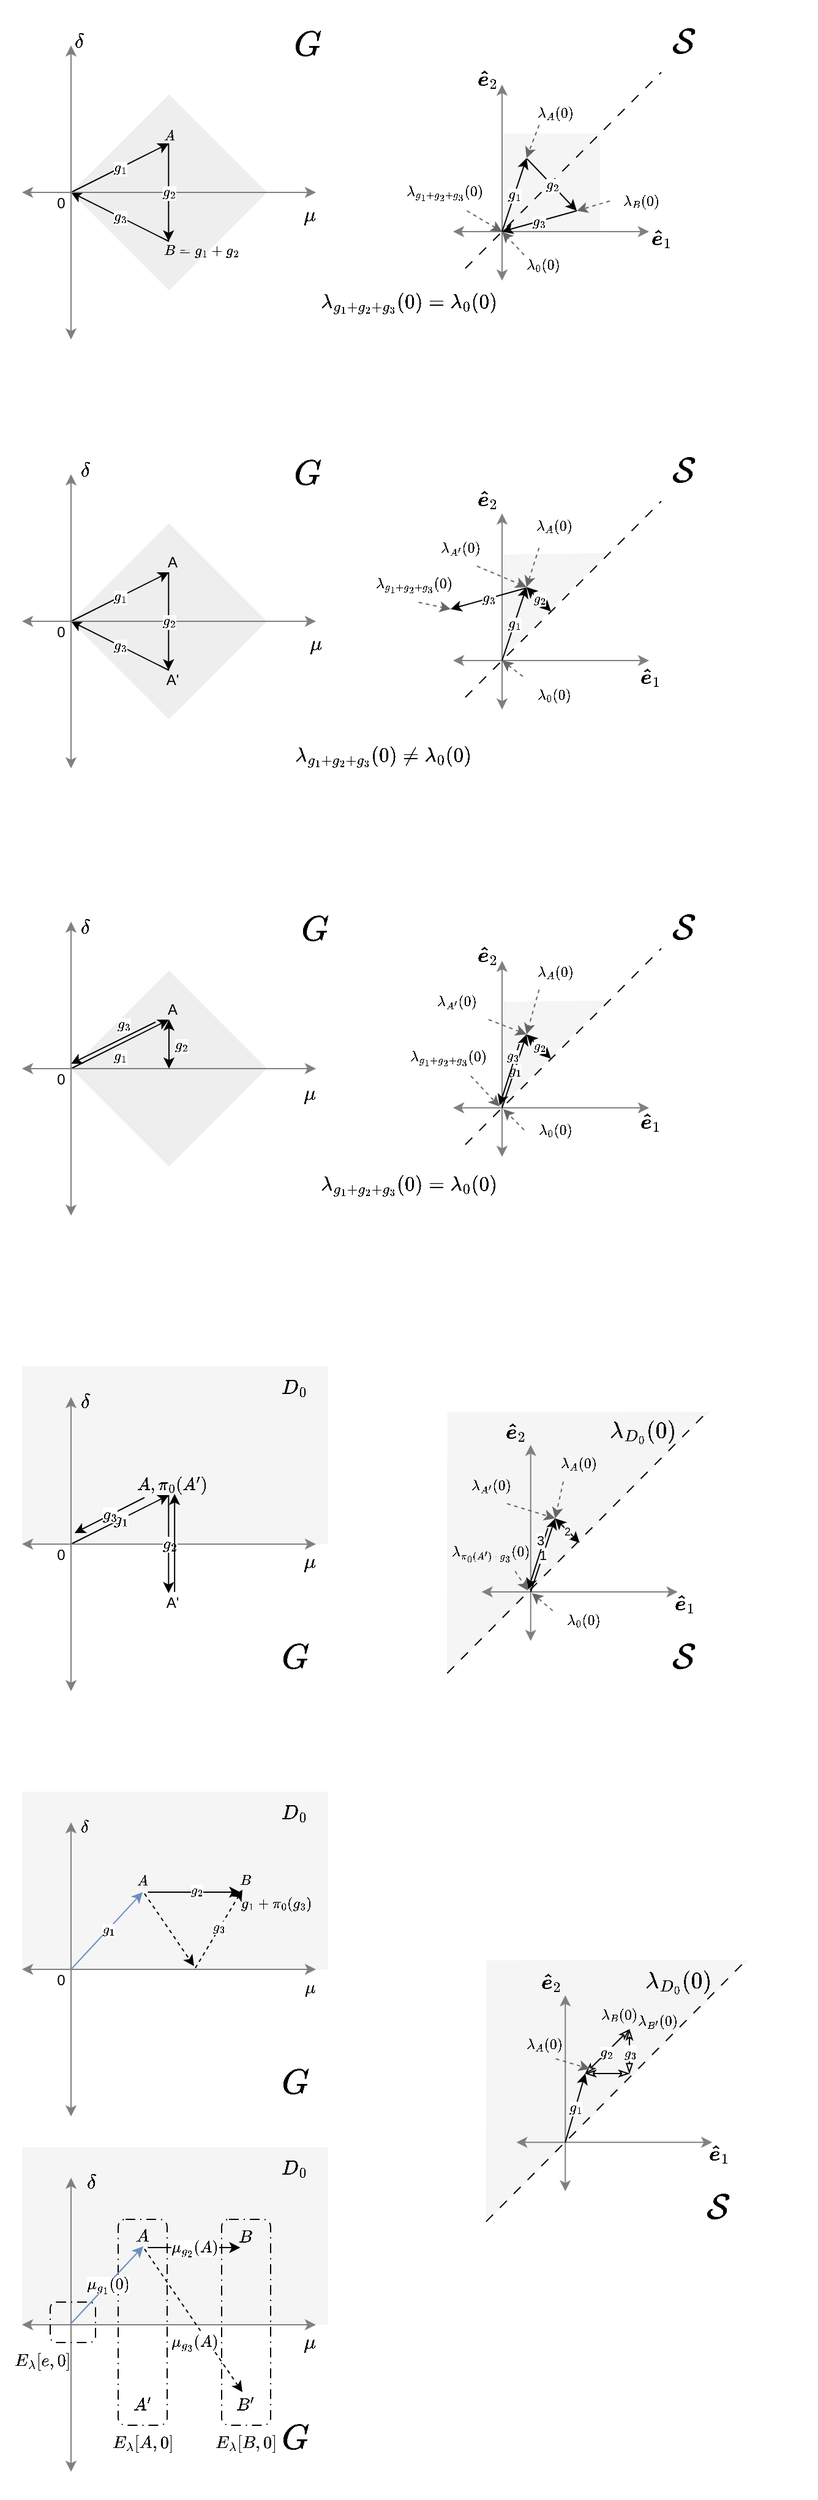
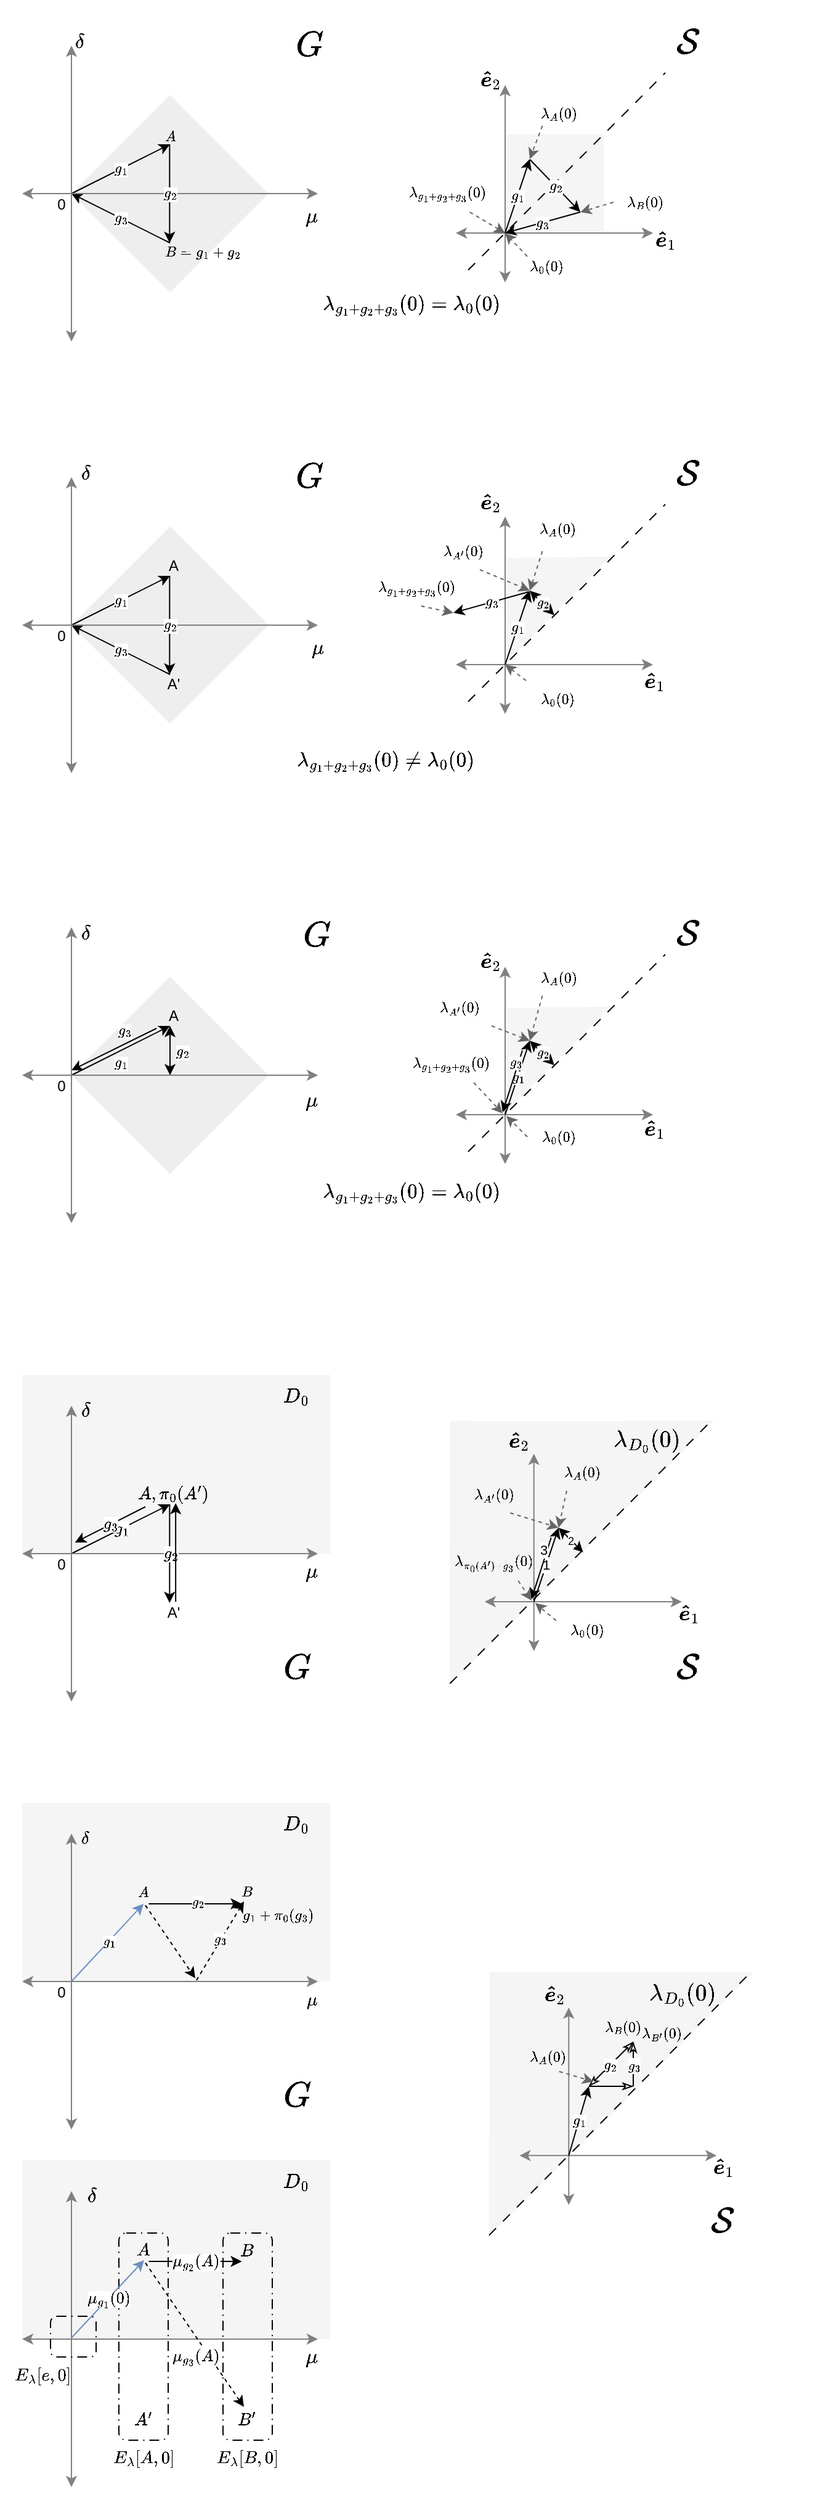
- <mxfile host="Electron" agent="Mozilla/5.0 (Windows NT 10.0; Win64; x64) AppleWebKit/537.36 (KHTML, like Gecko) draw.io/29.6.1 Chrome/142.0.7444.265 Electron/39.8.0 Safari/537.36" version="29.6.1">
+ <mxfile host="Electron" agent="Mozilla/5.0 (Windows NT 10.0; Win64; x64) AppleWebKit/537.36 (KHTML, like Gecko) draw.io/29.6.6 Chrome/144.0.7559.236 Electron/40.8.4 Safari/537.36" version="29.6.6">
  <diagram name="Page-1" id="5oyHMNwFSgf2TCn1zJQm">
-     <mxGraphModel dx="570" dy="336" grid="1" gridSize="12" guides="1" tooltips="1" connect="1" arrows="1" fold="1" page="1" pageScale="1" pageWidth="850" pageHeight="1100" math="1" shadow="0">
+     <mxGraphModel dx="1188" dy="701" grid="1" gridSize="12" guides="1" tooltips="1" connect="1" arrows="1" fold="1" page="1" pageScale="1" pageWidth="850" pageHeight="1100" math="1" shadow="0">
      <root>
        <mxCell id="0" />
        <mxCell id="1" parent="0" />
        <mxCell id="UWkHmzPQ0_7mTcDX32Ei-16" parent="1" style="whiteSpace=wrap;html=1;fillColor=#f5f5f5;fontColor=#333333;strokeColor=none;container=0;" value="" vertex="1">
          <mxGeometry height="145" width="250" x="140" y="1570" as="geometry" />
        </mxCell>
        <mxCell id="UWkHmzPQ0_7mTcDX32Ei-19" parent="1" style="text;html=1;whiteSpace=wrap;strokeColor=none;fillColor=none;align=center;verticalAlign=middle;rounded=0;container=0;fontSize=10;" value="\(A\)" vertex="1">
          <mxGeometry height="18" width="17" x="230" y="1634" as="geometry" />
        </mxCell>
        <mxCell id="UWkHmzPQ0_7mTcDX32Ei-20" edge="1" parent="1" style="endArrow=classic;startArrow=classic;html=1;rounded=0;strokeWidth=1;strokeColor=#808080;" value="">
          <mxGeometry height="50" relative="1" width="50" as="geometry">
            <mxPoint x="180" y="1835" as="sourcePoint" />
            <mxPoint x="180" y="1595" as="targetPoint" />
          </mxGeometry>
        </mxCell>
        <mxCell id="UWkHmzPQ0_7mTcDX32Ei-21" edge="1" parent="1" style="endArrow=classic;startArrow=classic;html=1;rounded=0;fillColor=#bac8d3;strokeColor=#808080;" value="">
          <mxGeometry height="50" relative="1" width="50" as="geometry">
            <mxPoint as="offset" />
            <mxPoint x="140" y="1715" as="sourcePoint" />
            <mxPoint x="380" y="1715" as="targetPoint" />
          </mxGeometry>
        </mxCell>
        <mxCell id="UWkHmzPQ0_7mTcDX32Ei-23" parent="1" style="text;html=1;whiteSpace=wrap;strokeColor=none;fillColor=none;align=center;verticalAlign=middle;rounded=0;container=0;" value="0" vertex="1">
          <mxGeometry height="30" width="30" x="157" y="1709" as="geometry" />
        </mxCell>
        <mxCell id="UWkHmzPQ0_7mTcDX32Ei-26" parent="1" style="text;whiteSpace=wrap;html=1;container=0;" value="&lt;div style=&quot;text-align: center;&quot;&gt;&lt;span style=&quot;background-color: transparent; color: light-dark(rgb(0, 0, 0), rgb(255, 255, 255));&quot;&gt;&lt;font face=&quot;Verdana&quot; style=&quot;font-size: 16px;&quot;&gt;&lt;i style=&quot;&quot;&gt;\(D_0\)&lt;/i&gt;&lt;/font&gt;&lt;/span&gt;&lt;/div&gt;" vertex="1">
          <mxGeometry height="38" width="40" x="350" y="1570" as="geometry" />
        </mxCell>
        <mxCell id="UWkHmzPQ0_7mTcDX32Ei-31" parent="1" style="text;html=1;whiteSpace=wrap;strokeColor=none;fillColor=none;align=center;verticalAlign=middle;rounded=0;fontSize=12;container=0;" value="\(\delta\)" vertex="1">
          <mxGeometry height="30" width="57" x="163" y="1584" as="geometry" />
        </mxCell>
        <mxCell id="UWkHmzPQ0_7mTcDX32Ei-32" parent="1" style="text;html=1;whiteSpace=wrap;strokeColor=none;fillColor=none;align=center;verticalAlign=middle;rounded=0;fontSize=12;container=0;" value="\(\mu \)" vertex="1">
          <mxGeometry height="30" width="49" x="350.5" y="1715" as="geometry" />
        </mxCell>
        <mxCell id="UWkHmzPQ0_7mTcDX32Ei-33" parent="1" style="text;whiteSpace=wrap;html=1;container=0;" value="&lt;div style=&quot;text-align: center;&quot;&gt;&lt;span style=&quot;background-color: transparent; color: light-dark(rgb(0, 0, 0), rgb(255, 255, 255)); font-size: 28px;&quot;&gt;&lt;font face=&quot;Verdana&quot;&gt;&lt;i&gt;\(G\)&lt;/i&gt;&lt;/font&gt;&lt;/span&gt;&lt;/div&gt;" vertex="1">
          <mxGeometry height="60" width="50" x="350" y="1783" as="geometry" />
        </mxCell>
        <mxCell id="UWkHmzPQ0_7mTcDX32Ei-49" parent="1" style="text;html=1;whiteSpace=wrap;strokeColor=none;fillColor=none;align=center;verticalAlign=middle;rounded=0;container=0;fontSize=10;" value="\(B\)" vertex="1">
          <mxGeometry height="18" width="30" x="308" y="1634" as="geometry" />
        </mxCell>
        <mxCell id="UWkHmzPQ0_7mTcDX32Ei-50" edge="1" parent="1" style="endArrow=classic;html=1;rounded=0;entryX=0.25;entryY=1;entryDx=0;entryDy=0;exitX=0.75;exitY=1;exitDx=0;exitDy=0;" value="">
          <mxGeometry height="50" relative="1" width="50" as="geometry">
            <mxPoint x="242.75000000000023" y="1652" as="sourcePoint" />
            <mxPoint x="318.2499999999998" y="1652" as="targetPoint" />
          </mxGeometry>
        </mxCell>
        <mxCell id="UWkHmzPQ0_7mTcDX32Ei-80" connectable="0" parent="UWkHmzPQ0_7mTcDX32Ei-50" style="edgeLabel;html=1;align=center;verticalAlign=middle;resizable=0;points=[];fontSize=9;" value="\(g_2\)" vertex="1">
          <mxGeometry relative="1" x="0.0291" y="1" as="geometry">
            <mxPoint as="offset" />
          </mxGeometry>
        </mxCell>
        <mxCell id="UWkHmzPQ0_7mTcDX32Ei-24" edge="1" parent="1" style="endArrow=classic;html=1;rounded=0;dashed=1;" value="">
          <mxGeometry height="50" relative="1" width="50" as="geometry">
            <mxPoint x="281.4814814814815" y="1714" as="sourcePoint" />
            <mxPoint x="320" y="1650" as="targetPoint" />
          </mxGeometry>
        </mxCell>
        <mxCell id="UWkHmzPQ0_7mTcDX32Ei-83" connectable="0" parent="UWkHmzPQ0_7mTcDX32Ei-24" style="edgeLabel;html=1;align=center;verticalAlign=middle;resizable=0;points=[];fontSize=9;" value="&lt;span&gt;\(g_3\)&lt;/span&gt;" vertex="1">
          <mxGeometry relative="1" x="0.0173" y="1" as="geometry">
            <mxPoint as="offset" />
          </mxGeometry>
        </mxCell>
        <mxCell id="UWkHmzPQ0_7mTcDX32Ei-57" parent="1" style="whiteSpace=wrap;html=1;fillColor=#f5f5f5;fontColor=#333333;strokeColor=none;container=0;" value="" vertex="1">
          <mxGeometry height="145" width="250" x="140" y="1860" as="geometry" />
        </mxCell>
        <mxCell id="UWkHmzPQ0_7mTcDX32Ei-58" parent="1" style="text;html=1;whiteSpace=wrap;strokeColor=none;fillColor=none;align=center;verticalAlign=middle;rounded=0;container=0;" value="\(A\)" vertex="1">
          <mxGeometry height="18" width="17" x="230" y="1924" as="geometry" />
        </mxCell>
        <mxCell id="UWkHmzPQ0_7mTcDX32Ei-59" edge="1" parent="1" style="endArrow=classic;startArrow=classic;html=1;rounded=0;strokeWidth=1;strokeColor=#808080;" value="">
          <mxGeometry height="50" relative="1" width="50" as="geometry">
            <mxPoint x="180" y="2125" as="sourcePoint" />
            <mxPoint x="180" y="1885" as="targetPoint" />
          </mxGeometry>
        </mxCell>
        <mxCell id="UWkHmzPQ0_7mTcDX32Ei-60" edge="1" parent="1" style="endArrow=classic;startArrow=classic;html=1;rounded=0;fillColor=#bac8d3;strokeColor=#808080;" value="">
          <mxGeometry height="50" relative="1" width="50" as="geometry">
            <mxPoint as="offset" />
            <mxPoint x="140" y="2005" as="sourcePoint" />
            <mxPoint x="380" y="2005" as="targetPoint" />
          </mxGeometry>
        </mxCell>
        <mxCell id="UWkHmzPQ0_7mTcDX32Ei-64" parent="1" style="text;whiteSpace=wrap;html=1;container=0;" value="&lt;div style=&quot;text-align: center;&quot;&gt;&lt;span style=&quot;background-color: transparent; color: light-dark(rgb(0, 0, 0), rgb(255, 255, 255));&quot;&gt;&lt;font face=&quot;Verdana&quot; style=&quot;font-size: 16px;&quot;&gt;&lt;i style=&quot;&quot;&gt;\(D_0\)&lt;/i&gt;&lt;/font&gt;&lt;/span&gt;&lt;/div&gt;" vertex="1">
          <mxGeometry height="38" width="40" x="350" y="1860" as="geometry" />
        </mxCell>
        <mxCell id="UWkHmzPQ0_7mTcDX32Ei-65" parent="1" style="text;html=1;whiteSpace=wrap;strokeColor=none;fillColor=none;align=center;verticalAlign=middle;rounded=0;fontSize=14;container=0;" value="\(\delta\)" vertex="1">
          <mxGeometry height="30" width="67" x="163" y="1874" as="geometry" />
        </mxCell>
        <mxCell id="UWkHmzPQ0_7mTcDX32Ei-66" parent="1" style="text;html=1;whiteSpace=wrap;strokeColor=none;fillColor=none;align=center;verticalAlign=middle;rounded=0;fontSize=14;container=0;" value="\(\mu\)" vertex="1">
          <mxGeometry height="30" width="89" x="331" y="2004" as="geometry" />
        </mxCell>
-         <mxCell id="UWkHmzPQ0_7mTcDX32Ei-67" parent="1" style="text;whiteSpace=wrap;html=1;container=0;" value="&lt;div style=&quot;text-align: center;&quot;&gt;&lt;span style=&quot;background-color: transparent; color: light-dark(rgb(0, 0, 0), rgb(255, 255, 255)); font-size: 28px;&quot;&gt;&lt;font face=&quot;Verdana&quot;&gt;&lt;i&gt;\(G\)&lt;/i&gt;&lt;/font&gt;&lt;/span&gt;&lt;/div&gt;" vertex="1">
-           <mxGeometry height="60" width="50" x="350" y="2073" as="geometry" />
-         </mxCell>
        <mxCell id="UWkHmzPQ0_7mTcDX32Ei-68" parent="1" style="text;html=1;whiteSpace=wrap;strokeColor=none;fillColor=none;align=center;verticalAlign=middle;rounded=0;container=0;" value="\(B\)" vertex="1">
          <mxGeometry height="18" width="17" x="314" y="1924" as="geometry" />
        </mxCell>
        <mxCell id="UWkHmzPQ0_7mTcDX32Ei-69" edge="1" parent="1" source="UWkHmzPQ0_7mTcDX32Ei-58" style="endArrow=classic;html=1;rounded=0;entryX=0.25;entryY=1;entryDx=0;entryDy=0;exitX=0.75;exitY=1;exitDx=0;exitDy=0;" target="UWkHmzPQ0_7mTcDX32Ei-68" value="">
          <mxGeometry height="50" relative="1" width="50" as="geometry">
            <mxPoint x="260" y="1960" as="sourcePoint" />
            <mxPoint x="280.5" y="1992.9700000000003" as="targetPoint" />
          </mxGeometry>
        </mxCell>
        <mxCell id="UWkHmzPQ0_7mTcDX32Ei-87" connectable="0" parent="UWkHmzPQ0_7mTcDX32Ei-69" style="edgeLabel;html=1;align=center;verticalAlign=middle;resizable=0;points=[];fontSize=11;" value="\(\mu_{g_2}(A)\)" vertex="1">
          <mxGeometry relative="1" x="-0.0132" as="geometry">
            <mxPoint as="offset" />
          </mxGeometry>
        </mxCell>
        <mxCell id="UWkHmzPQ0_7mTcDX32Ei-71" edge="1" parent="1" style="endArrow=classic;html=1;rounded=0;dashed=1;" value="">
          <mxGeometry height="50" relative="1" width="50" as="geometry">
            <mxPoint x="240" y="1943.1999999999998" as="sourcePoint" />
            <mxPoint x="320" y="2060" as="targetPoint" />
          </mxGeometry>
        </mxCell>
        <mxCell id="UWkHmzPQ0_7mTcDX32Ei-89" connectable="0" parent="UWkHmzPQ0_7mTcDX32Ei-71" style="edgeLabel;html=1;align=center;verticalAlign=middle;resizable=0;points=[];fontSize=11;" value="\(\mu_{g_3}(A)\)" vertex="1">
          <mxGeometry relative="1" x="-0.011" as="geometry">
            <mxPoint x="1" y="18" as="offset" />
          </mxGeometry>
        </mxCell>
        <mxCell id="UWkHmzPQ0_7mTcDX32Ei-75" parent="1" style="text;html=1;whiteSpace=wrap;strokeColor=none;fillColor=none;align=center;verticalAlign=middle;rounded=0;container=0;" value="\(A&#39;\)" vertex="1">
          <mxGeometry height="18" width="17" x="230" y="2062" as="geometry" />
        </mxCell>
        <mxCell id="UWkHmzPQ0_7mTcDX32Ei-76" parent="1" style="text;html=1;whiteSpace=wrap;strokeColor=none;fillColor=none;align=center;verticalAlign=middle;rounded=0;container=0;" value="\(B&#39;\)" vertex="1">
          <mxGeometry height="18" width="17" x="314" y="2062" as="geometry" />
        </mxCell>
        <mxCell id="UWkHmzPQ0_7mTcDX32Ei-77" parent="1" style="rounded=1;whiteSpace=wrap;html=1;fillColor=none;dashed=1;dashPattern=8 4 1 4;" value="" vertex="1">
          <mxGeometry height="168" width="40" x="218.5" y="1919" as="geometry" />
        </mxCell>
        <mxCell id="UWkHmzPQ0_7mTcDX32Ei-78" parent="1" style="rounded=1;whiteSpace=wrap;html=1;fillColor=none;dashed=1;dashPattern=8 4 1 4;" value="" vertex="1">
          <mxGeometry height="168" width="40" x="303" y="1919" as="geometry" />
        </mxCell>
        <mxCell id="UWkHmzPQ0_7mTcDX32Ei-90" edge="1" parent="1" style="endArrow=classic;html=1;rounded=0;entryX=0.5;entryY=1;entryDx=0;entryDy=0;exitX=1;exitY=0;exitDx=0;exitDy=0;fillColor=#dae8fc;strokeColor=#6c8ebf;" target="UWkHmzPQ0_7mTcDX32Ei-19" value="">
          <mxGeometry height="50" relative="1" width="50" as="geometry">
            <mxPoint x="180" y="1715" as="sourcePoint" />
            <mxPoint x="231.5" y="1658" as="targetPoint" />
          </mxGeometry>
        </mxCell>
        <mxCell id="UWkHmzPQ0_7mTcDX32Ei-93" connectable="0" parent="UWkHmzPQ0_7mTcDX32Ei-90" style="edgeLabel;html=1;align=center;verticalAlign=middle;resizable=0;points=[];fontSize=9;" value="\(g_1\)" vertex="1">
          <mxGeometry relative="1" x="0.0107" as="geometry">
            <mxPoint as="offset" />
          </mxGeometry>
        </mxCell>
        <mxCell id="UWkHmzPQ0_7mTcDX32Ei-18" edge="1" parent="1" style="endArrow=classic;html=1;rounded=0;entryX=0.558;entryY=0.986;entryDx=0;entryDy=0;entryPerimeter=0;dashed=1;" value="">
          <mxGeometry height="50" relative="1" width="50" as="geometry">
            <mxPoint x="240" y="1653.2" as="sourcePoint" />
            <mxPoint x="280.4938271604939" y="1712.352" as="targetPoint" />
          </mxGeometry>
        </mxCell>
        <mxCell id="UWkHmzPQ0_7mTcDX32Ei-94" edge="1" parent="1" style="endArrow=classic;html=1;rounded=0;entryX=0.5;entryY=1;entryDx=0;entryDy=0;exitX=1;exitY=0;exitDx=0;exitDy=0;fillColor=#dae8fc;strokeColor=#6c8ebf;" value="">
          <mxGeometry height="50" relative="1" width="50" as="geometry">
            <mxPoint x="180" y="2004" as="sourcePoint" />
            <mxPoint x="239" y="1941" as="targetPoint" />
          </mxGeometry>
        </mxCell>
        <mxCell id="UWkHmzPQ0_7mTcDX32Ei-95" connectable="0" parent="UWkHmzPQ0_7mTcDX32Ei-94" style="edgeLabel;html=1;align=center;verticalAlign=middle;resizable=0;points=[];fontSize=11;" value="\(\mu_{g_1}(0)\)" vertex="1">
          <mxGeometry relative="1" x="0.0107" as="geometry">
            <mxPoint as="offset" />
          </mxGeometry>
        </mxCell>
        <mxCell id="UWkHmzPQ0_7mTcDX32Ei-100" parent="1" style="text;html=1;whiteSpace=wrap;strokeColor=none;fillColor=none;align=center;verticalAlign=middle;rounded=0;" value="\(E_{\lambda}[A,0]\)" vertex="1">
          <mxGeometry height="30" width="60" x="208.5" y="2087" as="geometry" />
        </mxCell>
        <mxCell id="UWkHmzPQ0_7mTcDX32Ei-101" parent="1" style="text;html=1;whiteSpace=wrap;strokeColor=none;fillColor=none;align=center;verticalAlign=middle;rounded=0;" value="\(E_{\lambda}[B,0]\)" vertex="1">
          <mxGeometry height="30" width="82" x="282" y="2087" as="geometry" />
        </mxCell>
        <mxCell id="KSdD-W1xLvAZ9-QpU3fR-4" parent="1" style="text;html=1;whiteSpace=wrap;strokeColor=none;fillColor=none;align=center;verticalAlign=middle;rounded=0;container=0;fontSize=10;" value="\(g_1+\pi_0(g_3)\)" vertex="1">
          <mxGeometry height="18" width="80" x="308" y="1652" as="geometry" />
        </mxCell>
        <mxCell id="UOJrEYY4BwBBKWN2_9WJ-12" connectable="0" parent="1" style="group" value="" vertex="1">
          <mxGeometry height="265" width="570" x="140" y="120" as="geometry" />
        </mxCell>
        <mxCell id="U811sIWZcATZp0Lr0OFy-41" parent="UOJrEYY4BwBBKWN2_9WJ-12" style="text;html=1;whiteSpace=wrap;strokeColor=none;fillColor=none;align=center;verticalAlign=middle;rounded=0;fontSize=14;container=0;" value="\(\lambda_{g_1+g_2+g_3}(0) = \lambda_0(0)\)" vertex="1">
          <mxGeometry height="30" width="179.5" x="226" y="220" as="geometry" />
        </mxCell>
        <mxCell id="U811sIWZcATZp0Lr0OFy-2" parent="UOJrEYY4BwBBKWN2_9WJ-12" style="rhombus;whiteSpace=wrap;html=1;strokeWidth=2;strokeColor=none;fillColor=#eeeeee;container=0;" value="" vertex="1">
          <mxGeometry height="160" width="160" x="40" y="65" as="geometry" />
        </mxCell>
        <mxCell id="U811sIWZcATZp0Lr0OFy-3" edge="1" parent="UOJrEYY4BwBBKWN2_9WJ-12" style="endArrow=classic;html=1;rounded=0;strokeColor=#000000;fontSize=10;" value="&lt;span style=&quot;background-color: rgb(255, 255, 255);&quot;&gt;\(g_1\)&lt;/span&gt;">
          <mxGeometry height="50" relative="1" width="50" as="geometry">
            <mxPoint x="40" y="145" as="sourcePoint" />
            <mxPoint x="120" y="105" as="targetPoint" />
          </mxGeometry>
        </mxCell>
        <mxCell id="U811sIWZcATZp0Lr0OFy-4" edge="1" parent="UOJrEYY4BwBBKWN2_9WJ-12" style="endArrow=classic;html=1;rounded=0;strokeColor=#000000;" value="">
          <mxGeometry height="50" relative="1" width="50" as="geometry">
            <mxPoint x="119.66999999999996" y="105" as="sourcePoint" />
            <mxPoint x="119.66999999999996" y="185" as="targetPoint" />
          </mxGeometry>
        </mxCell>
        <mxCell id="U811sIWZcATZp0Lr0OFy-5" edge="1" parent="UOJrEYY4BwBBKWN2_9WJ-12" style="endArrow=classic;html=1;rounded=0;strokeColor=#000000;fontSize=10;" value="\(g_3\)">
          <mxGeometry height="50" relative="1" width="50" as="geometry">
            <mxPoint x="120" y="185" as="sourcePoint" />
            <mxPoint x="40" y="145" as="targetPoint" />
          </mxGeometry>
        </mxCell>
        <mxCell id="U811sIWZcATZp0Lr0OFy-6" parent="UOJrEYY4BwBBKWN2_9WJ-12" style="text;html=1;whiteSpace=wrap;strokeColor=none;fillColor=none;align=center;verticalAlign=middle;rounded=0;container=0;fontSize=10;" value="\(A\)" vertex="1">
          <mxGeometry height="22" width="37" x="101.5" y="88" as="geometry" />
        </mxCell>
        <mxCell id="U811sIWZcATZp0Lr0OFy-7" parent="UOJrEYY4BwBBKWN2_9WJ-12" style="text;html=1;whiteSpace=wrap;strokeColor=none;fillColor=none;align=center;verticalAlign=middle;rounded=0;fontSize=14;container=0;" value="\(\delta\)" vertex="1">
          <mxGeometry height="30" width="47" x="23" y="7" as="geometry" />
        </mxCell>
        <mxCell id="U811sIWZcATZp0Lr0OFy-8" edge="1" parent="UOJrEYY4BwBBKWN2_9WJ-12" style="endArrow=classic;startArrow=classic;html=1;rounded=0;strokeWidth=1;strokeColor=#808080;" value="">
          <mxGeometry height="50" relative="1" width="50" as="geometry">
            <mxPoint x="40" y="265" as="sourcePoint" />
            <mxPoint x="40" y="25" as="targetPoint" />
          </mxGeometry>
        </mxCell>
        <mxCell id="U811sIWZcATZp0Lr0OFy-9" edge="1" parent="UOJrEYY4BwBBKWN2_9WJ-12" style="endArrow=classic;startArrow=classic;html=1;rounded=0;fillColor=#bac8d3;strokeColor=#808080;fontSize=10;" value="&lt;span style=&quot;background-color: rgb(255, 255, 255);&quot;&gt;\(g_2\)&lt;/span&gt;">
          <mxGeometry height="50" relative="1" width="50" as="geometry">
            <mxPoint y="145" as="sourcePoint" />
            <mxPoint x="240" y="145" as="targetPoint" />
          </mxGeometry>
        </mxCell>
        <mxCell id="U811sIWZcATZp0Lr0OFy-10" parent="UOJrEYY4BwBBKWN2_9WJ-12" style="text;html=1;whiteSpace=wrap;strokeColor=none;fillColor=none;align=center;verticalAlign=middle;rounded=0;fontSize=14;container=0;" value="\(\mu\)" vertex="1">
          <mxGeometry height="30" width="40" x="215" y="148" as="geometry" />
        </mxCell>
        <mxCell id="U811sIWZcATZp0Lr0OFy-11" parent="UOJrEYY4BwBBKWN2_9WJ-12" style="text;html=1;whiteSpace=wrap;strokeColor=none;fillColor=none;align=center;verticalAlign=middle;rounded=0;container=0;fontSize=10;" value="\(B = g_1+g_2\)" vertex="1">
          <mxGeometry height="30" width="67" x="113" y="178" as="geometry" />
        </mxCell>
        <mxCell id="U811sIWZcATZp0Lr0OFy-12" parent="UOJrEYY4BwBBKWN2_9WJ-12" style="text;html=1;whiteSpace=wrap;strokeColor=none;fillColor=none;align=center;verticalAlign=middle;rounded=0;container=0;" value="0" vertex="1">
          <mxGeometry height="30" width="30" x="17" y="139" as="geometry" />
        </mxCell>
        <mxCell id="U811sIWZcATZp0Lr0OFy-13" parent="UOJrEYY4BwBBKWN2_9WJ-12" style="text;whiteSpace=wrap;html=1;container=0;" value="&lt;div style=&quot;text-align: center;&quot;&gt;&lt;span style=&quot;background-color: transparent; color: light-dark(rgb(0, 0, 0), rgb(255, 255, 255)); font-size: 28px;&quot;&gt;&lt;font face=&quot;Verdana&quot;&gt;&lt;i&gt;\(G\)&lt;/i&gt;&lt;/font&gt;&lt;/span&gt;&lt;/div&gt;" vertex="1">
          <mxGeometry height="60" width="50" x="220" as="geometry" />
        </mxCell>
        <mxCell id="U811sIWZcATZp0Lr0OFy-16" parent="UOJrEYY4BwBBKWN2_9WJ-12" style="text;html=1;whiteSpace=wrap;strokeColor=none;fillColor=none;align=center;verticalAlign=middle;rounded=0;fontFamily=Verdana;fontStyle=2;container=0;" value="&lt;span style=&quot;font-size: 28px;&quot;&gt;\(\mathcal{S}\)&lt;/span&gt;" vertex="1">
          <mxGeometry height="30" width="60" x="510" y="7" as="geometry" />
        </mxCell>
        <mxCell id="U811sIWZcATZp0Lr0OFy-17" parent="UOJrEYY4BwBBKWN2_9WJ-12" style="whiteSpace=wrap;html=1;aspect=fixed;fillColor=#f5f5f5;fontColor=#333333;strokeColor=none;container=0;" value="" vertex="1">
          <mxGeometry height="80" width="80" x="392" y="97" as="geometry" />
        </mxCell>
        <mxCell id="U811sIWZcATZp0Lr0OFy-18" edge="1" parent="UOJrEYY4BwBBKWN2_9WJ-12" style="endArrow=classic;startArrow=classic;html=1;rounded=0;strokeWidth=1;strokeColor=#808080;" value="">
          <mxGeometry height="50" relative="1" width="50" as="geometry">
            <mxPoint x="392" y="217" as="sourcePoint" />
            <mxPoint x="392" y="57" as="targetPoint" />
          </mxGeometry>
        </mxCell>
        <mxCell id="U811sIWZcATZp0Lr0OFy-19" edge="1" parent="UOJrEYY4BwBBKWN2_9WJ-12" style="endArrow=classic;startArrow=classic;html=1;rounded=0;fillColor=#bac8d3;strokeColor=#808080;" value="">
          <mxGeometry height="50" relative="1" width="50" as="geometry">
            <mxPoint x="352" y="177" as="sourcePoint" />
            <mxPoint x="512" y="177" as="targetPoint" />
          </mxGeometry>
        </mxCell>
        <mxCell id="U811sIWZcATZp0Lr0OFy-20" edge="1" parent="UOJrEYY4BwBBKWN2_9WJ-12" style="endArrow=none;html=1;rounded=0;dashed=1;dashPattern=8 8;" value="">
          <mxGeometry height="50" relative="1" width="50" as="geometry">
            <mxPoint x="362" y="207" as="sourcePoint" />
            <mxPoint x="522" y="47" as="targetPoint" />
          </mxGeometry>
        </mxCell>
        <mxCell id="U811sIWZcATZp0Lr0OFy-21" parent="UOJrEYY4BwBBKWN2_9WJ-12" style="text;html=1;whiteSpace=wrap;strokeColor=none;fillColor=none;align=center;verticalAlign=middle;rounded=0;container=0;" value="&lt;span style=&quot;font-size: 14px;&quot;&gt;\(\boldsymbol{\hat{e}}_1\)&lt;/span&gt;" vertex="1">
          <mxGeometry height="30" width="60" x="492" y="167" as="geometry" />
        </mxCell>
        <mxCell id="U811sIWZcATZp0Lr0OFy-22" edge="1" parent="UOJrEYY4BwBBKWN2_9WJ-12" style="endArrow=classic;html=1;rounded=0;strokeColor=#000000;fontSize=10;" value="&lt;span&gt;\(g_1\)&lt;/span&gt;">
          <mxGeometry height="50" relative="1" width="50" as="geometry">
            <mxPoint x="392" y="177" as="sourcePoint" />
            <mxPoint x="412" y="117" as="targetPoint" />
          </mxGeometry>
        </mxCell>
        <mxCell id="U811sIWZcATZp0Lr0OFy-23" edge="1" parent="UOJrEYY4BwBBKWN2_9WJ-12" style="endArrow=classic;html=1;rounded=0;strokeColor=#000000;fontSize=10;" value="&lt;span&gt;\(g_3\)&lt;/span&gt;">
          <mxGeometry height="50" relative="1" width="50" x="0.0107" as="geometry">
            <mxPoint as="offset" />
            <mxPoint x="453" y="160" as="sourcePoint" />
            <mxPoint x="392" y="177" as="targetPoint" />
          </mxGeometry>
        </mxCell>
        <mxCell id="U811sIWZcATZp0Lr0OFy-24" parent="UOJrEYY4BwBBKWN2_9WJ-12" style="text;html=1;whiteSpace=wrap;strokeColor=none;fillColor=none;align=center;verticalAlign=middle;rounded=0;fontSize=10;container=0;" value="\(\lambda_{A}(0)\)" vertex="1">
          <mxGeometry height="20" width="51" x="409.5" y="70" as="geometry" />
        </mxCell>
        <mxCell id="U811sIWZcATZp0Lr0OFy-25" edge="1" parent="UOJrEYY4BwBBKWN2_9WJ-12" source="U811sIWZcATZp0Lr0OFy-24" style="endArrow=classic;html=1;rounded=0;exitX=0.25;exitY=1;exitDx=0;exitDy=0;labelBorderColor=default;fillColor=#f5f5f5;strokeColor=#666666;dashed=1;" value="">
          <mxGeometry height="50" relative="1" width="50" as="geometry">
            <mxPoint x="222" y="247" as="sourcePoint" />
            <mxPoint x="412" y="117" as="targetPoint" />
          </mxGeometry>
        </mxCell>
        <mxCell id="U811sIWZcATZp0Lr0OFy-26" parent="UOJrEYY4BwBBKWN2_9WJ-12" style="text;html=1;whiteSpace=wrap;strokeColor=none;fillColor=none;align=center;verticalAlign=middle;rounded=0;fontSize=10;container=0;" value="\( \lambda_{B}(0) \)" vertex="1">
          <mxGeometry height="30" width="51" x="480" y="137" as="geometry" />
        </mxCell>
        <mxCell id="U811sIWZcATZp0Lr0OFy-27" edge="1" parent="UOJrEYY4BwBBKWN2_9WJ-12" source="U811sIWZcATZp0Lr0OFy-26" style="endArrow=classic;html=1;rounded=0;exitX=0;exitY=0.5;exitDx=0;exitDy=0;labelBorderColor=default;fillColor=#f5f5f5;strokeColor=#666666;dashed=1;flowAnimation=0;" value="">
          <mxGeometry height="50" relative="1" width="50" as="geometry">
            <mxPoint x="508.5" y="167" as="sourcePoint" />
            <mxPoint x="453" y="160" as="targetPoint" />
          </mxGeometry>
        </mxCell>
        <mxCell id="U811sIWZcATZp0Lr0OFy-28" parent="UOJrEYY4BwBBKWN2_9WJ-12" style="text;html=1;whiteSpace=wrap;strokeColor=none;fillColor=none;align=center;verticalAlign=middle;rounded=0;fontSize=10;container=0;" value="\(\lambda_{0}(0)\)" vertex="1">
          <mxGeometry height="32" width="30.5" x="410" y="188" as="geometry" />
        </mxCell>
        <mxCell id="U811sIWZcATZp0Lr0OFy-29" edge="1" parent="UOJrEYY4BwBBKWN2_9WJ-12" source="U811sIWZcATZp0Lr0OFy-28" style="endArrow=classic;html=1;rounded=0;exitX=0;exitY=0.25;exitDx=0;exitDy=0;labelBorderColor=default;fillColor=#f5f5f5;strokeColor=#666666;dashed=1;flowAnimation=0;" value="">
          <mxGeometry height="50" relative="1" width="50" as="geometry">
            <mxPoint x="342" y="257" as="sourcePoint" />
            <mxPoint x="392" y="177" as="targetPoint" />
          </mxGeometry>
        </mxCell>
        <mxCell id="U811sIWZcATZp0Lr0OFy-30" edge="1" parent="UOJrEYY4BwBBKWN2_9WJ-12" source="U811sIWZcATZp0Lr0OFy-14" style="endArrow=classic;html=1;rounded=0;exitX=0.75;exitY=1;exitDx=0;exitDy=0;labelBorderColor=default;fillColor=#f5f5f5;strokeColor=#666666;dashed=1;flowAnimation=0;" value="">
          <mxGeometry height="50" relative="1" width="50" as="geometry">
            <mxPoint x="330.25" y="122" as="sourcePoint" />
            <mxPoint x="392" y="177" as="targetPoint" />
          </mxGeometry>
        </mxCell>
        <mxCell id="U811sIWZcATZp0Lr0OFy-31" parent="UOJrEYY4BwBBKWN2_9WJ-12" style="text;html=1;whiteSpace=wrap;strokeColor=none;fillColor=none;align=center;verticalAlign=middle;rounded=0;container=0;" value="&lt;span style=&quot;font-size: 14px;&quot;&gt;\(\boldsymbol{\hat{e}}_2\)&lt;/span&gt;" vertex="1">
          <mxGeometry height="30" width="60" x="349.5" y="37" as="geometry" />
        </mxCell>
        <mxCell id="U811sIWZcATZp0Lr0OFy-34" edge="1" parent="UOJrEYY4BwBBKWN2_9WJ-12" style="endArrow=classic;html=1;rounded=0;strokeColor=#000000;fontSize=10;" value="&lt;span&gt;\(g_2\)&lt;/span&gt;">
          <mxGeometry height="50" relative="1" width="50" as="geometry">
            <mxPoint x="412.25" y="117.5" as="sourcePoint" />
            <mxPoint x="453" y="160" as="targetPoint" />
          </mxGeometry>
        </mxCell>
        <mxCell id="U811sIWZcATZp0Lr0OFy-14" parent="UOJrEYY4BwBBKWN2_9WJ-12" style="text;html=1;whiteSpace=wrap;strokeColor=none;fillColor=none;align=center;verticalAlign=middle;rounded=0;fontSize=10;container=0;" value="\(\lambda_{g_1+g_2+g_3}(0) \)" vertex="1">
          <mxGeometry height="30" width="71" x="310" y="130" as="geometry" />
        </mxCell>
        <mxCell id="UOJrEYY4BwBBKWN2_9WJ-13" connectable="0" parent="1" style="group" value="" vertex="1">
          <mxGeometry height="270" width="570" x="140" y="470" as="geometry" />
        </mxCell>
        <mxCell id="QQtT1UwvQg_ocYJEkHIO-1" parent="UOJrEYY4BwBBKWN2_9WJ-13" style="triangle;whiteSpace=wrap;html=1;flipV=0;flipH=1;rotation=45;strokeColor=none;fillColor=#f5f5f5;fontColor=#333333;container=0;" value="" vertex="1">
          <mxGeometry height="122" width="59.4" x="384.25" y="50.5" as="geometry" />
        </mxCell>
        <mxCell id="yXDsGHipEtrHiQOOldNN-6" edge="1" parent="UOJrEYY4BwBBKWN2_9WJ-13" style="endArrow=classic;startArrow=classic;html=1;rounded=0;" value="">
          <mxGeometry height="50" relative="1" width="50" as="geometry">
            <mxPoint x="412" y="117" as="sourcePoint" />
            <mxPoint x="432" y="137" as="targetPoint" />
          </mxGeometry>
        </mxCell>
        <mxCell id="yXDsGHipEtrHiQOOldNN-7" connectable="0" parent="yXDsGHipEtrHiQOOldNN-6" style="edgeLabel;html=1;align=center;verticalAlign=middle;resizable=0;points=[];container=0;fontSize=9;" value="&lt;font&gt;\(g_2\)&lt;/font&gt;" vertex="1">
          <mxGeometry relative="1" x="-0.0548" as="geometry">
            <mxPoint as="offset" />
          </mxGeometry>
        </mxCell>
        <mxCell id="Q9qrafE6Iam88lJxX8Yw-7" parent="UOJrEYY4BwBBKWN2_9WJ-13" style="text;html=1;whiteSpace=wrap;strokeColor=none;fillColor=none;align=center;verticalAlign=middle;rounded=0;fontFamily=Verdana;fontStyle=2;container=0;" value="&lt;font style=&quot;font-size: 28px;&quot;&gt;\(\mathcal{S}\)&lt;/font&gt;" vertex="1">
          <mxGeometry height="30" width="60" x="510" y="7" as="geometry" />
        </mxCell>
        <mxCell id="Kb2F4zCLWpQXcn0eQo7C-17" edge="1" parent="UOJrEYY4BwBBKWN2_9WJ-13" style="endArrow=classic;startArrow=classic;html=1;rounded=0;strokeWidth=1;strokeColor=#808080;" value="">
          <mxGeometry height="50" relative="1" width="50" as="geometry">
            <mxPoint x="392" y="217" as="sourcePoint" />
            <mxPoint x="392" y="57" as="targetPoint" />
          </mxGeometry>
        </mxCell>
        <mxCell id="Kb2F4zCLWpQXcn0eQo7C-18" edge="1" parent="UOJrEYY4BwBBKWN2_9WJ-13" style="endArrow=classic;startArrow=classic;html=1;rounded=0;fillColor=#bac8d3;strokeColor=#808080;" value="">
          <mxGeometry height="50" relative="1" width="50" as="geometry">
            <mxPoint x="352" y="177" as="sourcePoint" />
            <mxPoint x="512" y="177" as="targetPoint" />
          </mxGeometry>
        </mxCell>
        <mxCell id="Kb2F4zCLWpQXcn0eQo7C-21" edge="1" parent="UOJrEYY4BwBBKWN2_9WJ-13" style="endArrow=none;html=1;rounded=0;dashed=1;dashPattern=8 8;" value="">
          <mxGeometry height="50" relative="1" width="50" as="geometry">
            <mxPoint x="362" y="207" as="sourcePoint" />
            <mxPoint x="522" y="47" as="targetPoint" />
          </mxGeometry>
        </mxCell>
        <mxCell id="Kb2F4zCLWpQXcn0eQo7C-26" edge="1" parent="UOJrEYY4BwBBKWN2_9WJ-13" style="endArrow=classic;html=1;rounded=0;fontSize=10;" value="\(g_1\)">
          <mxGeometry height="50" relative="1" width="50" as="geometry">
            <mxPoint x="392" y="177" as="sourcePoint" />
            <mxPoint x="412" y="117" as="targetPoint" />
          </mxGeometry>
        </mxCell>
        <mxCell id="Kb2F4zCLWpQXcn0eQo7C-27" edge="1" parent="UOJrEYY4BwBBKWN2_9WJ-13" style="endArrow=classic;html=1;rounded=0;fontSize=10;" value="\(g_3\)">
          <mxGeometry height="50" relative="1" width="50" as="geometry">
            <mxPoint x="411" y="118" as="sourcePoint" />
            <mxPoint x="350" y="135" as="targetPoint" />
          </mxGeometry>
        </mxCell>
        <mxCell id="Kb2F4zCLWpQXcn0eQo7C-35" edge="1" parent="UOJrEYY4BwBBKWN2_9WJ-13" style="endArrow=classic;html=1;rounded=0;exitX=0.25;exitY=1;exitDx=0;exitDy=0;labelBorderColor=default;fillColor=#f5f5f5;strokeColor=#666666;dashed=1;" value="">
          <mxGeometry height="50" relative="1" width="50" as="geometry">
            <mxPoint x="422.2500000000002" y="85" as="sourcePoint" />
            <mxPoint x="412" y="117" as="targetPoint" />
          </mxGeometry>
        </mxCell>
        <mxCell id="Kb2F4zCLWpQXcn0eQo7C-38" edge="1" parent="UOJrEYY4BwBBKWN2_9WJ-13" source="VRLHzqTRF9YwzdhJakN4-9" style="endArrow=classic;html=1;rounded=0;exitX=0.75;exitY=1;exitDx=0;exitDy=0;labelBorderColor=default;fillColor=#f5f5f5;strokeColor=#666666;dashed=1;flowAnimation=0;" value="">
          <mxGeometry height="50" relative="1" width="50" as="geometry">
            <mxPoint x="366.5" y="107" as="sourcePoint" />
            <mxPoint x="412" y="117" as="targetPoint" />
          </mxGeometry>
        </mxCell>
        <mxCell id="Q9qrafE6Iam88lJxX8Yw-5" edge="1" parent="UOJrEYY4BwBBKWN2_9WJ-13" source="VRLHzqTRF9YwzdhJakN4-10" style="endArrow=classic;html=1;rounded=0;exitX=0;exitY=0;exitDx=0;exitDy=0;labelBorderColor=default;fillColor=#f5f5f5;strokeColor=#666666;dashed=1;flowAnimation=0;" value="">
          <mxGeometry height="50" relative="1" width="50" as="geometry">
            <mxPoint x="405.5" y="187.5" as="sourcePoint" />
            <mxPoint x="392" y="177" as="targetPoint" />
          </mxGeometry>
        </mxCell>
        <mxCell id="Q9qrafE6Iam88lJxX8Yw-6" edge="1" parent="UOJrEYY4BwBBKWN2_9WJ-13" source="UOJrEYY4BwBBKWN2_9WJ-4" style="endArrow=classic;html=1;rounded=0;exitX=0.547;exitY=0.984;exitDx=0;exitDy=0;labelBorderColor=default;fillColor=#f5f5f5;strokeColor=#666666;dashed=1;flowAnimation=0;exitPerimeter=0;" value="">
          <mxGeometry height="50" relative="1" width="50" as="geometry">
            <mxPoint x="323.25" y="126.5" as="sourcePoint" />
            <mxPoint x="350" y="135" as="targetPoint" />
          </mxGeometry>
        </mxCell>
        <mxCell id="Kb2F4zCLWpQXcn0eQo7C-1" parent="UOJrEYY4BwBBKWN2_9WJ-13" style="rhombus;whiteSpace=wrap;html=1;strokeWidth=2;strokeColor=none;fillColor=#eeeeee;container=0;" value="" vertex="1">
          <mxGeometry height="160" width="160" x="40" y="65" as="geometry" />
        </mxCell>
        <mxCell id="Kb2F4zCLWpQXcn0eQo7C-7" edge="1" parent="UOJrEYY4BwBBKWN2_9WJ-13" style="endArrow=classic;html=1;rounded=0;fontSize=10;" value="\(g_1\)">
          <mxGeometry height="50" relative="1" width="50" as="geometry">
            <mxPoint x="40" y="145" as="sourcePoint" />
            <mxPoint x="120" y="105" as="targetPoint" />
          </mxGeometry>
        </mxCell>
        <mxCell id="Kb2F4zCLWpQXcn0eQo7C-8" edge="1" parent="UOJrEYY4BwBBKWN2_9WJ-13" style="endArrow=classic;html=1;rounded=0;" value="">
          <mxGeometry height="50" relative="1" width="50" as="geometry">
            <mxPoint x="119.66999999999996" y="105" as="sourcePoint" />
            <mxPoint x="119.66999999999996" y="185" as="targetPoint" />
          </mxGeometry>
        </mxCell>
        <mxCell id="Kb2F4zCLWpQXcn0eQo7C-9" edge="1" parent="UOJrEYY4BwBBKWN2_9WJ-13" style="endArrow=classic;html=1;rounded=0;fontSize=10;" value="\(g_3\)">
          <mxGeometry height="50" relative="1" width="50" as="geometry">
            <mxPoint x="120" y="185" as="sourcePoint" />
            <mxPoint x="40" y="145" as="targetPoint" />
          </mxGeometry>
        </mxCell>
        <mxCell id="Kb2F4zCLWpQXcn0eQo7C-11" parent="UOJrEYY4BwBBKWN2_9WJ-13" style="text;html=1;whiteSpace=wrap;strokeColor=none;fillColor=none;align=center;verticalAlign=middle;rounded=0;container=0;" value="A" vertex="1">
          <mxGeometry height="30" width="60" x="93" y="82" as="geometry" />
        </mxCell>
        <mxCell id="Kb2F4zCLWpQXcn0eQo7C-13" edge="1" parent="UOJrEYY4BwBBKWN2_9WJ-13" style="endArrow=classic;startArrow=classic;html=1;rounded=0;strokeWidth=1;strokeColor=#808080;" value="">
          <mxGeometry height="50" relative="1" width="50" as="geometry">
            <mxPoint x="40" y="265" as="sourcePoint" />
            <mxPoint x="40" y="25" as="targetPoint" />
          </mxGeometry>
        </mxCell>
        <mxCell id="Kb2F4zCLWpQXcn0eQo7C-14" edge="1" parent="UOJrEYY4BwBBKWN2_9WJ-13" style="endArrow=classic;startArrow=classic;html=1;rounded=0;fillColor=#bac8d3;strokeColor=#808080;fontSize=10;" value="\(g_2\)">
          <mxGeometry height="50" relative="1" width="50" as="geometry">
            <mxPoint y="145" as="sourcePoint" />
            <mxPoint x="240" y="145" as="targetPoint" />
          </mxGeometry>
        </mxCell>
        <mxCell id="Kb2F4zCLWpQXcn0eQo7C-16" parent="UOJrEYY4BwBBKWN2_9WJ-13" style="text;html=1;whiteSpace=wrap;strokeColor=none;fillColor=none;align=center;verticalAlign=middle;rounded=0;container=0;" value="A&#39;" vertex="1">
          <mxGeometry height="30" width="60" x="93" y="178" as="geometry" />
        </mxCell>
        <mxCell id="Kb2F4zCLWpQXcn0eQo7C-28" parent="UOJrEYY4BwBBKWN2_9WJ-13" style="text;html=1;whiteSpace=wrap;strokeColor=none;fillColor=none;align=center;verticalAlign=middle;rounded=0;container=0;" value="0" vertex="1">
          <mxGeometry height="30" width="30" x="17" y="139" as="geometry" />
        </mxCell>
        <mxCell id="Q9qrafE6Iam88lJxX8Yw-10" parent="UOJrEYY4BwBBKWN2_9WJ-13" style="text;whiteSpace=wrap;html=1;container=0;" value="&lt;div style=&quot;text-align: center;&quot;&gt;&lt;span style=&quot;background-color: transparent; color: light-dark(rgb(0, 0, 0), rgb(255, 255, 255)); font-size: 28px;&quot;&gt;&lt;font face=&quot;Verdana&quot;&gt;&lt;i&gt;\(G\)&lt;/i&gt;&lt;/font&gt;&lt;/span&gt;&lt;/div&gt;" vertex="1">
          <mxGeometry height="60" width="50" x="220" as="geometry" />
        </mxCell>
        <mxCell id="VRLHzqTRF9YwzdhJakN4-5" parent="UOJrEYY4BwBBKWN2_9WJ-13" style="text;html=1;whiteSpace=wrap;strokeColor=none;fillColor=none;align=center;verticalAlign=middle;rounded=0;fontSize=14;container=0;" value="\(\delta\)" vertex="1">
          <mxGeometry height="30" width="57" x="23" y="7" as="geometry" />
        </mxCell>
        <mxCell id="VRLHzqTRF9YwzdhJakN4-6" parent="UOJrEYY4BwBBKWN2_9WJ-13" style="text;html=1;whiteSpace=wrap;strokeColor=none;fillColor=none;align=center;verticalAlign=middle;rounded=0;fontSize=14;container=0;" value="\(\mu \)" vertex="1">
          <mxGeometry height="30" width="89" x="196" y="148" as="geometry" />
        </mxCell>
        <mxCell id="VRLHzqTRF9YwzdhJakN4-8" parent="UOJrEYY4BwBBKWN2_9WJ-13" style="text;html=1;whiteSpace=wrap;strokeColor=none;fillColor=none;align=center;verticalAlign=middle;rounded=0;fontSize=10;container=0;" value="\(\lambda_A(0)\)" vertex="1">
          <mxGeometry height="30" width="51" x="409" y="52" as="geometry" />
        </mxCell>
        <mxCell id="VRLHzqTRF9YwzdhJakN4-9" parent="UOJrEYY4BwBBKWN2_9WJ-13" style="text;html=1;whiteSpace=wrap;strokeColor=none;fillColor=none;align=center;verticalAlign=middle;rounded=0;fontSize=10;container=0;" value="\(\lambda_{A&#39;}(0)\)" vertex="1">
          <mxGeometry height="30" width="51" x="333.25" y="70" as="geometry" />
        </mxCell>
        <mxCell id="VRLHzqTRF9YwzdhJakN4-10" parent="UOJrEYY4BwBBKWN2_9WJ-13" style="text;html=1;whiteSpace=wrap;strokeColor=none;fillColor=none;align=center;verticalAlign=middle;rounded=0;fontSize=10;container=0;" value="\(\lambda_{0}(0)\)" vertex="1">
          <mxGeometry height="30" width="50.5" x="409" y="190" as="geometry" />
        </mxCell>
        <mxCell id="UOJrEYY4BwBBKWN2_9WJ-1" parent="UOJrEYY4BwBBKWN2_9WJ-13" style="text;html=1;whiteSpace=wrap;strokeColor=none;fillColor=none;align=center;verticalAlign=middle;rounded=0;container=0;" value="&lt;span style=&quot;font-size: 14px;&quot;&gt;\(\boldsymbol{\hat{e}}_1\)&lt;/span&gt;" vertex="1">
          <mxGeometry height="30" width="60" x="483" y="174.5" as="geometry" />
        </mxCell>
        <mxCell id="UOJrEYY4BwBBKWN2_9WJ-2" parent="UOJrEYY4BwBBKWN2_9WJ-13" style="text;html=1;whiteSpace=wrap;strokeColor=none;fillColor=none;align=center;verticalAlign=middle;rounded=0;container=0;" value="&lt;span style=&quot;font-size: 14px;&quot;&gt;\(\boldsymbol{\hat{e}}_2\)&lt;/span&gt;" vertex="1">
          <mxGeometry height="30" width="60" x="350" y="30" as="geometry" />
        </mxCell>
        <mxCell id="UOJrEYY4BwBBKWN2_9WJ-4" parent="UOJrEYY4BwBBKWN2_9WJ-13" style="text;html=1;whiteSpace=wrap;strokeColor=none;fillColor=none;align=center;verticalAlign=middle;rounded=0;fontSize=10;container=0;" value="\(\lambda_{g_1+g_2+g_3}(0) \)" vertex="1">
          <mxGeometry height="30" width="71" x="285" y="100" as="geometry" />
        </mxCell>
        <mxCell id="UOJrEYY4BwBBKWN2_9WJ-5" parent="UOJrEYY4BwBBKWN2_9WJ-13" style="text;html=1;whiteSpace=wrap;strokeColor=none;fillColor=none;align=center;verticalAlign=middle;rounded=0;fontSize=14;container=0;" value="\(\lambda_{g_1+g_2+g_3}(0) \neq \lambda_0(0)\)" vertex="1">
          <mxGeometry height="30" width="179.5" x="204.75" y="240" as="geometry" />
        </mxCell>
        <mxCell id="UOJrEYY4BwBBKWN2_9WJ-14" connectable="0" parent="1" style="group" value="" vertex="1">
          <mxGeometry height="258" width="570" x="140" y="842" as="geometry" />
        </mxCell>
        <mxCell id="IyOG8WH_Uvez5cI5774f-2" parent="UOJrEYY4BwBBKWN2_9WJ-14" style="triangle;whiteSpace=wrap;html=1;flipV=0;flipH=1;rotation=45;strokeColor=none;fillColor=#f5f5f5;fontColor=#333333;container=0;" value="" vertex="1">
          <mxGeometry height="122" width="59.4" x="384.25" y="43.5" as="geometry" />
        </mxCell>
        <mxCell id="IyOG8WH_Uvez5cI5774f-17" edge="1" parent="UOJrEYY4BwBBKWN2_9WJ-14" style="endArrow=classic;startArrow=classic;html=1;rounded=0;" value="">
          <mxGeometry height="50" relative="1" width="50" as="geometry">
            <mxPoint x="412" y="110" as="sourcePoint" />
            <mxPoint x="432" y="130" as="targetPoint" />
          </mxGeometry>
        </mxCell>
        <mxCell id="IyOG8WH_Uvez5cI5774f-18" connectable="0" parent="IyOG8WH_Uvez5cI5774f-17" style="edgeLabel;html=1;align=center;verticalAlign=middle;resizable=0;points=[];container=0;fontSize=9;" value="&lt;font&gt;\(g_2\)&lt;/font&gt;" vertex="1">
          <mxGeometry relative="1" x="-0.0548" as="geometry">
            <mxPoint as="offset" />
          </mxGeometry>
        </mxCell>
        <mxCell id="IyOG8WH_Uvez5cI5774f-21" edge="1" parent="UOJrEYY4BwBBKWN2_9WJ-14" style="endArrow=classic;startArrow=classic;html=1;rounded=0;strokeWidth=1;strokeColor=#808080;" value="">
          <mxGeometry height="50" relative="1" width="50" as="geometry">
            <mxPoint x="392" y="210" as="sourcePoint" />
            <mxPoint x="392" y="50" as="targetPoint" />
          </mxGeometry>
        </mxCell>
        <mxCell id="IyOG8WH_Uvez5cI5774f-22" edge="1" parent="UOJrEYY4BwBBKWN2_9WJ-14" style="endArrow=classic;startArrow=classic;html=1;rounded=0;fillColor=#bac8d3;strokeColor=#808080;" value="">
          <mxGeometry height="50" relative="1" width="50" as="geometry">
            <mxPoint x="352" y="170" as="sourcePoint" />
            <mxPoint x="512" y="170" as="targetPoint" />
          </mxGeometry>
        </mxCell>
        <mxCell id="IyOG8WH_Uvez5cI5774f-23" edge="1" parent="UOJrEYY4BwBBKWN2_9WJ-14" style="endArrow=none;html=1;rounded=0;dashed=1;dashPattern=8 8;" value="">
          <mxGeometry height="50" relative="1" width="50" as="geometry">
            <mxPoint x="362" y="200" as="sourcePoint" />
            <mxPoint x="522" y="40" as="targetPoint" />
          </mxGeometry>
        </mxCell>
        <mxCell id="IyOG8WH_Uvez5cI5774f-25" edge="1" parent="UOJrEYY4BwBBKWN2_9WJ-14" style="endArrow=classic;html=1;rounded=0;fontSize=9;" value="\(g_1\)">
          <mxGeometry height="50" relative="1" width="50" x="0.0014" as="geometry">
            <mxPoint as="offset" />
            <mxPoint x="392" y="170" as="sourcePoint" />
            <mxPoint x="412" y="110" as="targetPoint" />
          </mxGeometry>
        </mxCell>
        <mxCell id="IyOG8WH_Uvez5cI5774f-26" edge="1" parent="UOJrEYY4BwBBKWN2_9WJ-14" style="endArrow=classic;html=1;rounded=0;fontSize=9;" value="\(g_3\)">
          <mxGeometry height="50" relative="1" width="50" x="-0.5675" y="-3" as="geometry">
            <mxPoint as="offset" />
            <mxPoint x="406" y="118" as="sourcePoint" />
            <mxPoint x="390" y="168" as="targetPoint" />
          </mxGeometry>
        </mxCell>
        <mxCell id="IyOG8WH_Uvez5cI5774f-28" edge="1" parent="UOJrEYY4BwBBKWN2_9WJ-14" source="VRLHzqTRF9YwzdhJakN4-15" style="endArrow=classic;html=1;rounded=0;exitX=0.25;exitY=1;exitDx=0;exitDy=0;labelBorderColor=default;fillColor=#f5f5f5;strokeColor=#666666;dashed=1;" value="">
          <mxGeometry height="50" relative="1" width="50" as="geometry">
            <mxPoint x="422.2500000000002" y="78" as="sourcePoint" />
            <mxPoint x="412" y="110" as="targetPoint" />
          </mxGeometry>
        </mxCell>
        <mxCell id="IyOG8WH_Uvez5cI5774f-30" edge="1" parent="UOJrEYY4BwBBKWN2_9WJ-14" source="VRLHzqTRF9YwzdhJakN4-14" style="endArrow=classic;html=1;rounded=0;exitX=1;exitY=1;exitDx=0;exitDy=0;labelBorderColor=default;fillColor=#f5f5f5;strokeColor=#666666;dashed=1;flowAnimation=0;" value="">
          <mxGeometry height="50" relative="1" width="50" as="geometry">
            <mxPoint x="366.5" y="100" as="sourcePoint" />
            <mxPoint x="412" y="110" as="targetPoint" />
          </mxGeometry>
        </mxCell>
        <mxCell id="IyOG8WH_Uvez5cI5774f-32" edge="1" parent="UOJrEYY4BwBBKWN2_9WJ-14" source="VRLHzqTRF9YwzdhJakN4-17" style="endArrow=classic;html=1;rounded=0;exitX=0;exitY=0.5;exitDx=0;exitDy=0;labelBorderColor=default;fillColor=#f5f5f5;strokeColor=#666666;dashed=1;flowAnimation=0;" value="">
          <mxGeometry height="50" relative="1" width="50" as="geometry">
            <mxPoint x="405.5" y="180.5" as="sourcePoint" />
            <mxPoint x="393" y="171" as="targetPoint" />
          </mxGeometry>
        </mxCell>
        <mxCell id="IyOG8WH_Uvez5cI5774f-33" edge="1" parent="UOJrEYY4BwBBKWN2_9WJ-14" source="UOJrEYY4BwBBKWN2_9WJ-8" style="endArrow=classic;html=1;rounded=0;exitX=0.75;exitY=1;exitDx=0;exitDy=0;labelBorderColor=default;fillColor=#f5f5f5;strokeColor=#666666;dashed=1;flowAnimation=0;" value="">
          <mxGeometry height="50" relative="1" width="50" as="geometry">
            <mxPoint x="373.25" y="148" as="sourcePoint" />
            <mxPoint x="390" y="169" as="targetPoint" />
          </mxGeometry>
        </mxCell>
        <mxCell id="IyOG8WH_Uvez5cI5774f-4" parent="UOJrEYY4BwBBKWN2_9WJ-14" style="rhombus;whiteSpace=wrap;html=1;strokeWidth=2;strokeColor=none;fillColor=#eeeeee;container=0;" value="" vertex="1">
          <mxGeometry height="160" width="160" x="40" y="58" as="geometry" />
        </mxCell>
        <mxCell id="IyOG8WH_Uvez5cI5774f-5" edge="1" parent="UOJrEYY4BwBBKWN2_9WJ-14" style="endArrow=classic;html=1;rounded=0;fontSize=10;" value="\(g_1\)">
          <mxGeometry height="50" relative="1" width="50" x="-0.1" y="-9" as="geometry">
            <mxPoint as="offset" />
            <mxPoint x="40" y="138" as="sourcePoint" />
            <mxPoint x="120" y="98" as="targetPoint" />
          </mxGeometry>
        </mxCell>
        <mxCell id="IyOG8WH_Uvez5cI5774f-7" edge="1" parent="UOJrEYY4BwBBKWN2_9WJ-14" style="endArrow=classic;html=1;rounded=0;fontSize=10;" value="\(g_3\)">
          <mxGeometry height="50" relative="1" width="50" x="-0.36" y="-10" as="geometry">
            <mxPoint as="offset" />
            <mxPoint x="109" y="100" as="sourcePoint" />
            <mxPoint x="40" y="134" as="targetPoint" />
          </mxGeometry>
        </mxCell>
        <mxCell id="IyOG8WH_Uvez5cI5774f-8" parent="UOJrEYY4BwBBKWN2_9WJ-14" style="text;html=1;whiteSpace=wrap;strokeColor=none;fillColor=none;align=center;verticalAlign=middle;rounded=0;container=0;" value="A" vertex="1">
          <mxGeometry height="30" width="60" x="93" y="75" as="geometry" />
        </mxCell>
        <mxCell id="IyOG8WH_Uvez5cI5774f-10" edge="1" parent="UOJrEYY4BwBBKWN2_9WJ-14" style="endArrow=classic;startArrow=classic;html=1;rounded=0;strokeWidth=1;strokeColor=#808080;" value="">
          <mxGeometry height="50" relative="1" width="50" as="geometry">
            <mxPoint x="40" y="258" as="sourcePoint" />
            <mxPoint x="40" y="18" as="targetPoint" />
          </mxGeometry>
        </mxCell>
        <mxCell id="IyOG8WH_Uvez5cI5774f-11" edge="1" parent="UOJrEYY4BwBBKWN2_9WJ-14" style="endArrow=classic;startArrow=classic;html=1;rounded=0;fillColor=#bac8d3;strokeColor=#808080;" value="">
          <mxGeometry height="50" relative="1" width="50" as="geometry">
            <mxPoint y="138" as="sourcePoint" />
            <mxPoint x="240" y="138" as="targetPoint" />
          </mxGeometry>
        </mxCell>
        <mxCell id="IyOG8WH_Uvez5cI5774f-14" parent="UOJrEYY4BwBBKWN2_9WJ-14" style="text;html=1;whiteSpace=wrap;strokeColor=none;fillColor=none;align=center;verticalAlign=middle;rounded=0;container=0;" value="0" vertex="1">
          <mxGeometry height="30" width="30" x="17" y="132" as="geometry" />
        </mxCell>
        <mxCell id="IyOG8WH_Uvez5cI5774f-35" edge="1" parent="UOJrEYY4BwBBKWN2_9WJ-14" style="endArrow=classic;startArrow=classic;html=1;rounded=0;" value="">
          <mxGeometry height="50" relative="1" width="50" as="geometry">
            <mxPoint x="120" y="138" as="sourcePoint" />
            <mxPoint x="120" y="98" as="targetPoint" />
          </mxGeometry>
        </mxCell>
        <mxCell id="IyOG8WH_Uvez5cI5774f-36" connectable="0" parent="IyOG8WH_Uvez5cI5774f-35" style="edgeLabel;html=1;align=center;verticalAlign=middle;resizable=0;points=[];container=0;fontSize=10;" value="\(g_2\)" vertex="1">
          <mxGeometry relative="1" x="0.2214" as="geometry">
            <mxPoint x="10" y="5" as="offset" />
          </mxGeometry>
        </mxCell>
        <mxCell id="VRLHzqTRF9YwzdhJakN4-12" parent="UOJrEYY4BwBBKWN2_9WJ-14" style="text;html=1;whiteSpace=wrap;strokeColor=none;fillColor=none;align=center;verticalAlign=middle;rounded=0;fontSize=14;container=0;" value="\(\delta\)" vertex="1">
          <mxGeometry height="30" width="57" x="23" y="8" as="geometry" />
        </mxCell>
        <mxCell id="VRLHzqTRF9YwzdhJakN4-13" parent="UOJrEYY4BwBBKWN2_9WJ-14" style="text;html=1;whiteSpace=wrap;strokeColor=none;fillColor=none;align=center;verticalAlign=middle;rounded=0;fontSize=14;container=0;" value="\(\mu\)" vertex="1">
          <mxGeometry height="30" width="89" x="191" y="143" as="geometry" />
        </mxCell>
        <mxCell id="VRLHzqTRF9YwzdhJakN4-14" parent="UOJrEYY4BwBBKWN2_9WJ-14" style="text;html=1;whiteSpace=wrap;strokeColor=none;fillColor=none;align=center;verticalAlign=middle;rounded=0;fontSize=10;container=0;" value="\(\lambda_{A&#39;}(0)\)" vertex="1">
          <mxGeometry height="30" width="51" x="330" y="68" as="geometry" />
        </mxCell>
        <mxCell id="VRLHzqTRF9YwzdhJakN4-15" parent="UOJrEYY4BwBBKWN2_9WJ-14" style="text;html=1;whiteSpace=wrap;strokeColor=none;fillColor=none;align=center;verticalAlign=middle;rounded=0;fontSize=10;container=0;" value="\(\lambda_A(0)\)" vertex="1">
          <mxGeometry height="30" width="51" x="409.5" y="43.5" as="geometry" />
        </mxCell>
        <mxCell id="VRLHzqTRF9YwzdhJakN4-17" parent="UOJrEYY4BwBBKWN2_9WJ-14" style="text;html=1;whiteSpace=wrap;strokeColor=none;fillColor=none;align=center;verticalAlign=middle;rounded=0;fontSize=10;container=0;" value="\(\lambda_{0}(0)\)" vertex="1">
          <mxGeometry height="30" width="50.5" x="410" y="173" as="geometry" />
        </mxCell>
        <mxCell id="VRLHzqTRF9YwzdhJakN4-19" parent="UOJrEYY4BwBBKWN2_9WJ-14" style="text;html=1;whiteSpace=wrap;strokeColor=none;fillColor=none;align=center;verticalAlign=middle;rounded=0;fontFamily=Verdana;fontStyle=2;container=0;" value="&lt;font style=&quot;font-size: 28px;&quot;&gt;\(\mathcal{S}\)&lt;/font&gt;" vertex="1">
          <mxGeometry height="30" width="60" x="510" y="8" as="geometry" />
        </mxCell>
        <mxCell id="VRLHzqTRF9YwzdhJakN4-20" parent="UOJrEYY4BwBBKWN2_9WJ-14" style="text;whiteSpace=wrap;html=1;container=0;" value="&lt;div style=&quot;text-align: center;&quot;&gt;&lt;span style=&quot;background-color: transparent; color: light-dark(rgb(0, 0, 0), rgb(255, 255, 255)); font-size: 28px;&quot;&gt;&lt;font face=&quot;Verdana&quot;&gt;&lt;i&gt;\(G\)&lt;/i&gt;&lt;/font&gt;&lt;/span&gt;&lt;/div&gt;" vertex="1">
          <mxGeometry height="60" width="50" x="226" as="geometry" />
        </mxCell>
        <mxCell id="UOJrEYY4BwBBKWN2_9WJ-7" parent="UOJrEYY4BwBBKWN2_9WJ-14" style="text;html=1;whiteSpace=wrap;strokeColor=none;fillColor=none;align=center;verticalAlign=middle;rounded=0;fontSize=14;container=0;" value="\(\lambda_{g_1+g_2+g_3}(0) = \lambda_0(0)\)" vertex="1">
          <mxGeometry height="30" width="179.5" x="226" y="218" as="geometry" />
        </mxCell>
        <mxCell id="UOJrEYY4BwBBKWN2_9WJ-8" parent="UOJrEYY4BwBBKWN2_9WJ-14" style="text;html=1;whiteSpace=wrap;strokeColor=none;fillColor=none;align=center;verticalAlign=middle;rounded=0;fontSize=10;container=0;" value="\(\lambda_{g_1+g_2+g_3}(0) \)" vertex="1">
          <mxGeometry height="30" width="71" x="313.25" y="114" as="geometry" />
        </mxCell>
        <mxCell id="UOJrEYY4BwBBKWN2_9WJ-9" parent="UOJrEYY4BwBBKWN2_9WJ-14" style="text;html=1;whiteSpace=wrap;strokeColor=none;fillColor=none;align=center;verticalAlign=middle;rounded=0;container=0;" value="&lt;span style=&quot;font-size: 14px;&quot;&gt;\(\boldsymbol{\hat{e}}_1\)&lt;/span&gt;" vertex="1">
          <mxGeometry height="30" width="60" x="483" y="165.5" as="geometry" />
        </mxCell>
        <mxCell id="UOJrEYY4BwBBKWN2_9WJ-10" parent="UOJrEYY4BwBBKWN2_9WJ-14" style="text;html=1;whiteSpace=wrap;strokeColor=none;fillColor=none;align=center;verticalAlign=middle;rounded=0;container=0;" value="&lt;span style=&quot;font-size: 14px;&quot;&gt;\(\boldsymbol{\hat{e}}_2\)&lt;/span&gt;" vertex="1">
          <mxGeometry height="30" width="60" x="350" y="30" as="geometry" />
        </mxCell>
        <mxCell id="Jd5WAFsI_QI_f6nysB2o-2" parent="1" style="triangle;whiteSpace=wrap;html=1;flipV=0;flipH=1;rotation=45;strokeColor=none;fillColor=#f5f5f5;fontColor=#333333;container=0;" value="" vertex="1">
          <mxGeometry height="303.41" width="151.44" x="465.09000000000003" y="1162.03" as="geometry" />
        </mxCell>
        <mxCell id="Jd5WAFsI_QI_f6nysB2o-4" edge="1" parent="1" style="endArrow=classic;startArrow=classic;html=1;rounded=0;" value="">
          <mxGeometry height="50" relative="1" width="50" as="geometry">
            <mxPoint x="575.36" y="1347" as="sourcePoint" />
            <mxPoint x="595.36" y="1367" as="targetPoint" />
          </mxGeometry>
        </mxCell>
        <mxCell id="Jd5WAFsI_QI_f6nysB2o-5" connectable="0" parent="Jd5WAFsI_QI_f6nysB2o-4" style="edgeLabel;html=1;align=center;verticalAlign=middle;resizable=0;points=[];container=0;" value="&lt;font style=&quot;font-size: 9px;&quot;&gt;2&lt;/font&gt;" vertex="1">
          <mxGeometry relative="1" x="-0.0548" as="geometry">
            <mxPoint as="offset" />
          </mxGeometry>
        </mxCell>
        <mxCell id="Jd5WAFsI_QI_f6nysB2o-8" edge="1" parent="1" style="endArrow=classic;startArrow=classic;html=1;rounded=0;strokeWidth=1;strokeColor=#808080;" value="">
          <mxGeometry height="50" relative="1" width="50" as="geometry">
            <mxPoint x="555.36" y="1447" as="sourcePoint" />
            <mxPoint x="555.36" y="1287" as="targetPoint" />
          </mxGeometry>
        </mxCell>
        <mxCell id="Jd5WAFsI_QI_f6nysB2o-9" edge="1" parent="1" style="endArrow=classic;startArrow=classic;html=1;rounded=0;fillColor=#bac8d3;strokeColor=#808080;" value="">
          <mxGeometry height="50" relative="1" width="50" as="geometry">
            <mxPoint x="515.36" y="1407" as="sourcePoint" />
            <mxPoint x="675.36" y="1407" as="targetPoint" />
          </mxGeometry>
        </mxCell>
        <mxCell id="Jd5WAFsI_QI_f6nysB2o-10" edge="1" parent="1" source="Jd5WAFsI_QI_f6nysB2o-2" style="endArrow=none;html=1;rounded=0;dashed=1;dashPattern=8 8;exitX=0.005;exitY=0.997;exitDx=0;exitDy=0;exitPerimeter=0;entryX=0.009;entryY=0.011;entryDx=0;entryDy=0;entryPerimeter=0;" target="Jd5WAFsI_QI_f6nysB2o-2" value="">
          <mxGeometry height="50" relative="1" width="50" as="geometry">
            <mxPoint x="525.36" y="1437" as="sourcePoint" />
            <mxPoint x="685.36" y="1277" as="targetPoint" />
          </mxGeometry>
        </mxCell>
        <mxCell id="Jd5WAFsI_QI_f6nysB2o-12" edge="1" parent="1" style="endArrow=classic;html=1;rounded=0;" value="1">
          <mxGeometry height="50" relative="1" width="50" x="0.0014" as="geometry">
            <mxPoint as="offset" />
            <mxPoint x="555.36" y="1407" as="sourcePoint" />
            <mxPoint x="575.36" y="1347" as="targetPoint" />
          </mxGeometry>
        </mxCell>
        <mxCell id="Jd5WAFsI_QI_f6nysB2o-13" edge="1" parent="1" style="endArrow=classic;html=1;rounded=0;" value="3">
          <mxGeometry height="50" relative="1" width="50" x="-0.5675" y="-3" as="geometry">
            <mxPoint as="offset" />
            <mxPoint x="569.36" y="1355" as="sourcePoint" />
            <mxPoint x="553.36" y="1405" as="targetPoint" />
          </mxGeometry>
        </mxCell>
        <mxCell id="Jd5WAFsI_QI_f6nysB2o-15" edge="1" parent="1" source="VRLHzqTRF9YwzdhJakN4-24" style="endArrow=classic;html=1;rounded=0;exitX=0.25;exitY=1;exitDx=0;exitDy=0;labelBorderColor=default;fillColor=#f5f5f5;strokeColor=#666666;dashed=1;" value="">
          <mxGeometry height="50" relative="1" width="50" as="geometry">
            <mxPoint x="585.6100000000001" y="1315" as="sourcePoint" />
            <mxPoint x="575.36" y="1347" as="targetPoint" />
          </mxGeometry>
        </mxCell>
        <mxCell id="Jd5WAFsI_QI_f6nysB2o-17" edge="1" parent="1" source="VRLHzqTRF9YwzdhJakN4-22" style="endArrow=classic;html=1;rounded=0;exitX=0.75;exitY=1;exitDx=0;exitDy=0;labelBorderColor=default;fillColor=#f5f5f5;strokeColor=#666666;dashed=1;flowAnimation=0;" value="">
          <mxGeometry height="50" relative="1" width="50" as="geometry">
            <mxPoint x="530.8600000000001" y="1338" as="sourcePoint" />
            <mxPoint x="575.36" y="1347" as="targetPoint" />
          </mxGeometry>
        </mxCell>
        <mxCell id="Jd5WAFsI_QI_f6nysB2o-19" edge="1" parent="1" source="VRLHzqTRF9YwzdhJakN4-21" style="endArrow=classic;html=1;rounded=0;exitX=0;exitY=0.25;exitDx=0;exitDy=0;labelBorderColor=default;fillColor=#f5f5f5;strokeColor=#666666;dashed=1;flowAnimation=0;" value="">
          <mxGeometry height="50" relative="1" width="50" as="geometry">
            <mxPoint x="568.8600000000001" y="1417.5" as="sourcePoint" />
            <mxPoint x="556.36" y="1408" as="targetPoint" />
          </mxGeometry>
        </mxCell>
        <mxCell id="Jd5WAFsI_QI_f6nysB2o-20" edge="1" parent="1" style="endArrow=classic;html=1;rounded=0;exitX=0.75;exitY=1;exitDx=0;exitDy=0;labelBorderColor=default;fillColor=#f5f5f5;strokeColor=#666666;dashed=1;flowAnimation=0;" value="">
          <mxGeometry height="50" relative="1" width="50" as="geometry">
            <mxPoint x="542.6099999999998" y="1390" as="sourcePoint" />
            <mxPoint x="553.36" y="1406" as="targetPoint" />
          </mxGeometry>
        </mxCell>
        <mxCell id="Jd5WAFsI_QI_f6nysB2o-67" parent="1" style="text;html=1;whiteSpace=wrap;strokeColor=none;fillColor=none;align=center;verticalAlign=middle;rounded=0;container=0;" value="&lt;font style=&quot;font-size: 16px;&quot;&gt;\(\lambda_{D_0}(0) \)&lt;/font&gt;" vertex="1">
          <mxGeometry height="30" width="60" x="617.25" y="1261" as="geometry" />
        </mxCell>
        <mxCell id="Jd5WAFsI_QI_f6nysB2o-68" parent="1" style="text;html=1;whiteSpace=wrap;strokeColor=none;fillColor=none;align=center;verticalAlign=middle;rounded=0;container=0;" value="&lt;font style=&quot;font-size: 10px;&quot;&gt;\(\lambda_{\pi_0(A&#39;)+g_3}(0)\)&lt;/font&gt;" vertex="1">
          <mxGeometry height="30" width="60" x="493.36" y="1360" as="geometry" />
        </mxCell>
        <mxCell id="Jd5WAFsI_QI_f6nysB2o-65" parent="1" style="whiteSpace=wrap;html=1;fillColor=#f5f5f5;fontColor=#333333;strokeColor=none;container=0;" value="" vertex="1">
          <mxGeometry height="145" width="250" x="140" y="1223" as="geometry" />
        </mxCell>
        <mxCell id="Jd5WAFsI_QI_f6nysB2o-49" edge="1" parent="1" style="endArrow=classic;html=1;rounded=0;" value="\(g_1\)">
          <mxGeometry height="50" relative="1" width="50" as="geometry">
            <mxPoint x="180" y="1368" as="sourcePoint" />
            <mxPoint x="260" y="1328" as="targetPoint" />
          </mxGeometry>
        </mxCell>
        <mxCell id="Jd5WAFsI_QI_f6nysB2o-50" edge="1" parent="1" style="endArrow=classic;html=1;rounded=0;" value="">
          <mxGeometry height="50" relative="1" width="50" as="geometry">
            <mxPoint x="259.66999999999996" y="1328" as="sourcePoint" />
            <mxPoint x="259.66999999999996" y="1408" as="targetPoint" />
          </mxGeometry>
        </mxCell>
        <mxCell id="Jd5WAFsI_QI_f6nysB2o-52" parent="1" style="text;html=1;whiteSpace=wrap;strokeColor=none;fillColor=none;align=center;verticalAlign=middle;rounded=0;container=0;" value="\(A, \pi_0(A&#39;)\)" vertex="1">
          <mxGeometry height="30" width="60" x="233" y="1305" as="geometry" />
        </mxCell>
        <mxCell id="Jd5WAFsI_QI_f6nysB2o-54" edge="1" parent="1" style="endArrow=classic;startArrow=classic;html=1;rounded=0;strokeWidth=1;strokeColor=#808080;" value="">
          <mxGeometry height="50" relative="1" width="50" as="geometry">
            <mxPoint x="180" y="1488" as="sourcePoint" />
            <mxPoint x="180" y="1248" as="targetPoint" />
          </mxGeometry>
        </mxCell>
        <mxCell id="Jd5WAFsI_QI_f6nysB2o-55" edge="1" parent="1" style="endArrow=classic;startArrow=classic;html=1;rounded=0;fillColor=#bac8d3;strokeColor=#808080;" value="\(g_2\)">
          <mxGeometry height="50" relative="1" width="50" as="geometry">
            <mxPoint x="140" y="1368" as="sourcePoint" />
            <mxPoint x="380" y="1368" as="targetPoint" />
          </mxGeometry>
        </mxCell>
        <mxCell id="Jd5WAFsI_QI_f6nysB2o-57" parent="1" style="text;html=1;whiteSpace=wrap;strokeColor=none;fillColor=none;align=center;verticalAlign=middle;rounded=0;container=0;" value="A&#39;" vertex="1">
          <mxGeometry height="30" width="60" x="233" y="1401" as="geometry" />
        </mxCell>
        <mxCell id="Jd5WAFsI_QI_f6nysB2o-58" parent="1" style="text;html=1;whiteSpace=wrap;strokeColor=none;fillColor=none;align=center;verticalAlign=middle;rounded=0;container=0;" value="0" vertex="1">
          <mxGeometry height="30" width="30" x="157" y="1362" as="geometry" />
        </mxCell>
        <mxCell id="Jd5WAFsI_QI_f6nysB2o-60" edge="1" parent="1" style="endArrow=classic;html=1;rounded=0;" value="">
          <mxGeometry height="50" relative="1" width="50" as="geometry">
            <mxPoint x="264.58" y="1407" as="sourcePoint" />
            <mxPoint x="264.58" y="1327" as="targetPoint" />
          </mxGeometry>
        </mxCell>
        <mxCell id="Jd5WAFsI_QI_f6nysB2o-61" edge="1" parent="1" style="endArrow=classic;html=1;rounded=0;" value="\(g_3\)">
          <mxGeometry height="50" relative="1" width="50" as="geometry">
            <mxPoint x="240" y="1330" as="sourcePoint" />
            <mxPoint x="182.84" y="1358.9964714354294" as="targetPoint" />
          </mxGeometry>
        </mxCell>
        <mxCell id="Jd5WAFsI_QI_f6nysB2o-66" parent="1" style="text;whiteSpace=wrap;html=1;container=0;" value="&lt;div style=&quot;text-align: center;&quot;&gt;&lt;span style=&quot;background-color: transparent; color: light-dark(rgb(0, 0, 0), rgb(255, 255, 255));&quot;&gt;&lt;font face=&quot;Verdana&quot; style=&quot;font-size: 16px;&quot;&gt;&lt;i style=&quot;&quot;&gt;\(D_0\)&lt;/i&gt;&lt;/font&gt;&lt;/span&gt;&lt;/div&gt;" vertex="1">
          <mxGeometry height="38" width="40" x="350" y="1223" as="geometry" />
        </mxCell>
        <mxCell id="VRLHzqTRF9YwzdhJakN4-21" parent="1" style="text;html=1;whiteSpace=wrap;strokeColor=none;fillColor=none;align=center;verticalAlign=middle;rounded=0;fontSize=10;container=0;" value="\(\lambda_{0}(0)\)" vertex="1">
          <mxGeometry height="30" width="50.5" x="573.36" y="1414.83" as="geometry" />
        </mxCell>
        <mxCell id="VRLHzqTRF9YwzdhJakN4-22" parent="1" style="text;html=1;whiteSpace=wrap;strokeColor=none;fillColor=none;align=center;verticalAlign=middle;rounded=0;fontSize=10;container=0;" value="\(\lambda_{A&#39;}(0)\)" vertex="1">
          <mxGeometry height="30" width="51" x="497.86" y="1305" as="geometry" />
        </mxCell>
        <mxCell id="VRLHzqTRF9YwzdhJakN4-23" parent="1" style="text;html=1;whiteSpace=wrap;strokeColor=none;fillColor=none;align=center;verticalAlign=middle;rounded=0;fontFamily=Verdana;fontStyle=2;container=0;" value="&lt;font style=&quot;font-size: 28px;&quot;&gt;\(\mathcal{S}\)&lt;/font&gt;" vertex="1">
          <mxGeometry height="30" width="60" x="650" y="1444.83" as="geometry" />
        </mxCell>
        <mxCell id="VRLHzqTRF9YwzdhJakN4-24" parent="1" style="text;html=1;whiteSpace=wrap;strokeColor=none;fillColor=none;align=center;verticalAlign=middle;rounded=0;fontSize=10;container=0;" value="\(\lambda_A(0)\)" vertex="1">
          <mxGeometry height="30" width="51" x="569.25" y="1287" as="geometry" />
        </mxCell>
        <mxCell id="VRLHzqTRF9YwzdhJakN4-25" parent="1" style="text;html=1;whiteSpace=wrap;strokeColor=none;fillColor=none;align=center;verticalAlign=middle;rounded=0;fontSize=14;container=0;" value="\(\delta\)" vertex="1">
          <mxGeometry height="30" width="57" x="163" y="1237.0012402886493" as="geometry" />
        </mxCell>
        <mxCell id="VRLHzqTRF9YwzdhJakN4-27" parent="1" style="text;html=1;whiteSpace=wrap;strokeColor=none;fillColor=none;align=center;verticalAlign=middle;rounded=0;fontSize=14;container=0;" value="\(\mu\)" vertex="1">
          <mxGeometry height="30" width="89" x="331" y="1367" as="geometry" />
        </mxCell>
        <mxCell id="VRLHzqTRF9YwzdhJakN4-28" parent="1" style="text;whiteSpace=wrap;html=1;container=0;" value="&lt;div style=&quot;text-align: center;&quot;&gt;&lt;span style=&quot;background-color: transparent; color: light-dark(rgb(0, 0, 0), rgb(255, 255, 255)); font-size: 28px;&quot;&gt;&lt;font face=&quot;Verdana&quot;&gt;&lt;i&gt;\(G\)&lt;/i&gt;&lt;/font&gt;&lt;/span&gt;&lt;/div&gt;" vertex="1">
          <mxGeometry height="60" width="50" x="350" y="1436" as="geometry" />
        </mxCell>
        <mxCell id="UOJrEYY4BwBBKWN2_9WJ-15" parent="1" style="text;html=1;whiteSpace=wrap;strokeColor=none;fillColor=none;align=center;verticalAlign=middle;rounded=0;container=0;" value="&lt;span style=&quot;font-size: 14px;&quot;&gt;\(\boldsymbol{\hat{e}}_2\)&lt;/span&gt;" vertex="1">
          <mxGeometry height="30" width="60" x="513.36" y="1261" as="geometry" />
        </mxCell>
        <mxCell id="UOJrEYY4BwBBKWN2_9WJ-16" parent="1" style="text;html=1;whiteSpace=wrap;strokeColor=none;fillColor=none;align=center;verticalAlign=middle;rounded=0;container=0;" value="&lt;span style=&quot;font-size: 14px;&quot;&gt;\(\boldsymbol{\hat{e}}_1\)&lt;/span&gt;" vertex="1">
          <mxGeometry height="30" width="60" x="651" y="1401" as="geometry" />
        </mxCell>
        <mxCell id="UOJrEYY4BwBBKWN2_9WJ-17" parent="1" style="rounded=1;whiteSpace=wrap;html=1;fillColor=none;dashed=1;dashPattern=8 4 1 4;" value="" vertex="1">
          <mxGeometry height="33" width="37" x="163" y="1986.5" as="geometry" />
        </mxCell>
        <mxCell id="UOJrEYY4BwBBKWN2_9WJ-22" parent="1" style="text;html=1;whiteSpace=wrap;strokeColor=none;fillColor=none;align=center;verticalAlign=middle;rounded=0;" value="\(E_{\lambda}[e,0]\)" vertex="1">
          <mxGeometry height="30" width="60" x="127" y="2019.5" as="geometry" />
        </mxCell>
        <mxCell id="UOJrEYY4BwBBKWN2_9WJ-43" parent="1" style="triangle;whiteSpace=wrap;html=1;flipV=0;flipH=1;rotation=45;strokeColor=none;fillColor=#f5f5f5;fontColor=#333333;container=0;" value="" vertex="1">
          <mxGeometry height="303.41" width="151.44" x="496.86375971135067" y="1609.4687597113505" as="geometry" />
        </mxCell>
        <mxCell id="UOJrEYY4BwBBKWN2_9WJ-44" edge="1" parent="1" style="endArrow=classicThin;startArrow=classicThin;html=1;rounded=0;endFill=0;startFill=0;" value="">
          <mxGeometry height="50" relative="1" width="50" as="geometry">
            <mxPoint x="600" y="1800" as="sourcePoint" />
            <mxPoint x="636" y="1764" as="targetPoint" />
          </mxGeometry>
        </mxCell>
        <mxCell id="UOJrEYY4BwBBKWN2_9WJ-45" connectable="0" parent="UOJrEYY4BwBBKWN2_9WJ-44" style="edgeLabel;html=1;align=center;verticalAlign=middle;resizable=0;points=[];container=0;fontSize=10;" value="&lt;font&gt;\(g_2\)&lt;/font&gt;" vertex="1">
          <mxGeometry relative="1" x="-0.0548" as="geometry">
            <mxPoint as="offset" />
          </mxGeometry>
        </mxCell>
        <mxCell id="UOJrEYY4BwBBKWN2_9WJ-46" edge="1" parent="1" style="endArrow=classic;startArrow=classic;html=1;rounded=0;strokeWidth=1;strokeColor=#808080;" value="">
          <mxGeometry height="50" relative="1" width="50" as="geometry">
            <mxPoint x="583.6337597113506" y="1896.1687597113505" as="sourcePoint" />
            <mxPoint x="583.6337597113506" y="1736.1687597113505" as="targetPoint" />
          </mxGeometry>
        </mxCell>
        <mxCell id="UOJrEYY4BwBBKWN2_9WJ-47" edge="1" parent="1" style="endArrow=classic;startArrow=classic;html=1;rounded=0;fillColor=#bac8d3;strokeColor=#808080;" value="">
          <mxGeometry height="50" relative="1" width="50" as="geometry">
            <mxPoint x="543.6337597113506" y="1856.1687597113505" as="sourcePoint" />
            <mxPoint x="703.6337597113506" y="1856.1687597113505" as="targetPoint" />
          </mxGeometry>
        </mxCell>
        <mxCell id="UOJrEYY4BwBBKWN2_9WJ-48" edge="1" parent="1" source="UOJrEYY4BwBBKWN2_9WJ-43" style="endArrow=none;html=1;rounded=0;dashed=1;dashPattern=8 8;exitX=0.005;exitY=0.997;exitDx=0;exitDy=0;exitPerimeter=0;entryX=0.009;entryY=0.011;entryDx=0;entryDy=0;entryPerimeter=0;" target="UOJrEYY4BwBBKWN2_9WJ-43" value="">
          <mxGeometry height="50" relative="1" width="50" as="geometry">
            <mxPoint x="553.6337597113506" y="1886.1687597113505" as="sourcePoint" />
            <mxPoint x="713.6337597113506" y="1726.1687597113505" as="targetPoint" />
          </mxGeometry>
        </mxCell>
        <mxCell id="UOJrEYY4BwBBKWN2_9WJ-49" edge="1" parent="1" style="endArrow=classic;html=1;rounded=0;fontSize=10;" value="\(g_1\)">
          <mxGeometry height="50" relative="1" width="50" x="0.0014" as="geometry">
            <mxPoint as="offset" />
            <mxPoint x="583.6337597113506" y="1856.1687597113505" as="sourcePoint" />
            <mxPoint x="600" y="1800" as="targetPoint" />
          </mxGeometry>
        </mxCell>
        <mxCell id="UOJrEYY4BwBBKWN2_9WJ-51" edge="1" parent="1" source="UOJrEYY4BwBBKWN2_9WJ-60" style="endArrow=classic;html=1;rounded=0;exitX=0.75;exitY=1;exitDx=0;exitDy=0;labelBorderColor=default;fillColor=#f5f5f5;strokeColor=#666666;dashed=1;" value="">
          <mxGeometry height="50" relative="1" width="50" as="geometry">
            <mxPoint x="613.8837597113508" y="1764.1687597113505" as="sourcePoint" />
            <mxPoint x="603.6337597113506" y="1796.1687597113505" as="targetPoint" />
          </mxGeometry>
        </mxCell>
        <mxCell id="UOJrEYY4BwBBKWN2_9WJ-55" parent="1" style="text;html=1;whiteSpace=wrap;strokeColor=none;fillColor=none;align=center;verticalAlign=middle;rounded=0;container=0;" value="&lt;font style=&quot;font-size: 16px;&quot;&gt;\(\lambda_{D_0}(0) \)&lt;/font&gt;" vertex="1">
          <mxGeometry height="30" width="60" x="645.5237597113506" y="1710.1687597113505" as="geometry" />
        </mxCell>
        <mxCell id="UOJrEYY4BwBBKWN2_9WJ-59" parent="1" style="text;html=1;whiteSpace=wrap;strokeColor=none;fillColor=none;align=center;verticalAlign=middle;rounded=0;fontFamily=Verdana;fontStyle=2;container=0;" value="&lt;font style=&quot;font-size: 28px;&quot;&gt;\(\mathcal{S}\)&lt;/font&gt;" vertex="1">
          <mxGeometry height="30" width="60" x="678.2737597113506" y="1893.9987597113504" as="geometry" />
        </mxCell>
        <mxCell id="UOJrEYY4BwBBKWN2_9WJ-60" parent="1" style="text;html=1;whiteSpace=wrap;strokeColor=none;fillColor=none;align=center;verticalAlign=middle;rounded=0;fontSize=10;container=0;" value="\(\lambda_A(0)\)" vertex="1">
          <mxGeometry height="24" width="36" x="548.86" y="1764" as="geometry" />
        </mxCell>
        <mxCell id="UOJrEYY4BwBBKWN2_9WJ-61" parent="1" style="text;html=1;whiteSpace=wrap;strokeColor=none;fillColor=none;align=center;verticalAlign=middle;rounded=0;container=0;" value="&lt;span style=&quot;font-size: 14px;&quot;&gt;\(\boldsymbol{\hat{e}}_2\)&lt;/span&gt;" vertex="1">
          <mxGeometry height="30" width="60" x="541.6337597113506" y="1710.1687597113505" as="geometry" />
        </mxCell>
        <mxCell id="UOJrEYY4BwBBKWN2_9WJ-62" parent="1" style="text;html=1;whiteSpace=wrap;strokeColor=none;fillColor=none;align=center;verticalAlign=middle;rounded=0;container=0;" value="&lt;span style=&quot;font-size: 14px;&quot;&gt;\(\boldsymbol{\hat{e}}_1\)&lt;/span&gt;" vertex="1">
          <mxGeometry height="30" width="60" x="679.2737597113506" y="1850.1687597113505" as="geometry" />
        </mxCell>
-         <mxCell id="UOJrEYY4BwBBKWN2_9WJ-63" edge="1" parent="1" style="endArrow=classicThin;startArrow=classicThin;html=1;rounded=0;endFill=0;startFill=0;" value="">
+         <mxCell id="UOJrEYY4BwBBKWN2_9WJ-63" edge="1" parent="1" style="endArrow=classicThin;startArrow=none;html=1;rounded=0;endFill=0;startFill=0;" value="">
          <mxGeometry height="50" relative="1" width="50" as="geometry">
            <mxPoint x="600" y="1800" as="sourcePoint" />
            <mxPoint x="636" y="1800" as="targetPoint" />
          </mxGeometry>
        </mxCell>
-         <mxCell id="UOJrEYY4BwBBKWN2_9WJ-65" edge="1" parent="1" style="endArrow=classicThin;startArrow=blockThin;html=1;rounded=0;endSize=6;endFill=0;startFill=0;" value="">
+         <mxCell id="UOJrEYY4BwBBKWN2_9WJ-65" edge="1" parent="1" style="endArrow=classicThin;startArrow=none;html=1;rounded=0;endSize=6;endFill=0;startFill=0;" value="">
          <mxGeometry height="50" relative="1" width="50" as="geometry">
            <mxPoint x="636" y="1800" as="sourcePoint" />
            <mxPoint x="636" y="1764" as="targetPoint" />
          </mxGeometry>
        </mxCell>
        <mxCell id="UOJrEYY4BwBBKWN2_9WJ-66" connectable="0" parent="UOJrEYY4BwBBKWN2_9WJ-65" style="edgeLabel;html=1;align=center;verticalAlign=middle;resizable=0;points=[];container=0;" value="&lt;font style=&quot;font-size: 9px;&quot;&gt;\(g_3\)&lt;/font&gt;" vertex="1">
          <mxGeometry relative="1" x="-0.0548" as="geometry">
            <mxPoint as="offset" />
          </mxGeometry>
        </mxCell>
        <mxCell id="UOJrEYY4BwBBKWN2_9WJ-67" parent="1" style="text;html=1;whiteSpace=wrap;strokeColor=none;fillColor=none;align=center;verticalAlign=middle;rounded=0;fontSize=10;container=0;" value="\(\lambda_B(0)\)" vertex="1">
          <mxGeometry height="24" width="36" x="609.52" y="1740.17" as="geometry" />
        </mxCell>
        <mxCell id="UOJrEYY4BwBBKWN2_9WJ-68" parent="1" style="text;html=1;whiteSpace=wrap;strokeColor=none;fillColor=none;align=center;verticalAlign=middle;rounded=0;fontSize=10;container=0;" value="\(\lambda_{B&#39;}(0)\)" vertex="1">
          <mxGeometry height="24" width="36" x="641.25" y="1745" as="geometry" />
        </mxCell>
      </root>
    </mxGraphModel>
  </diagram>
</mxfile>
